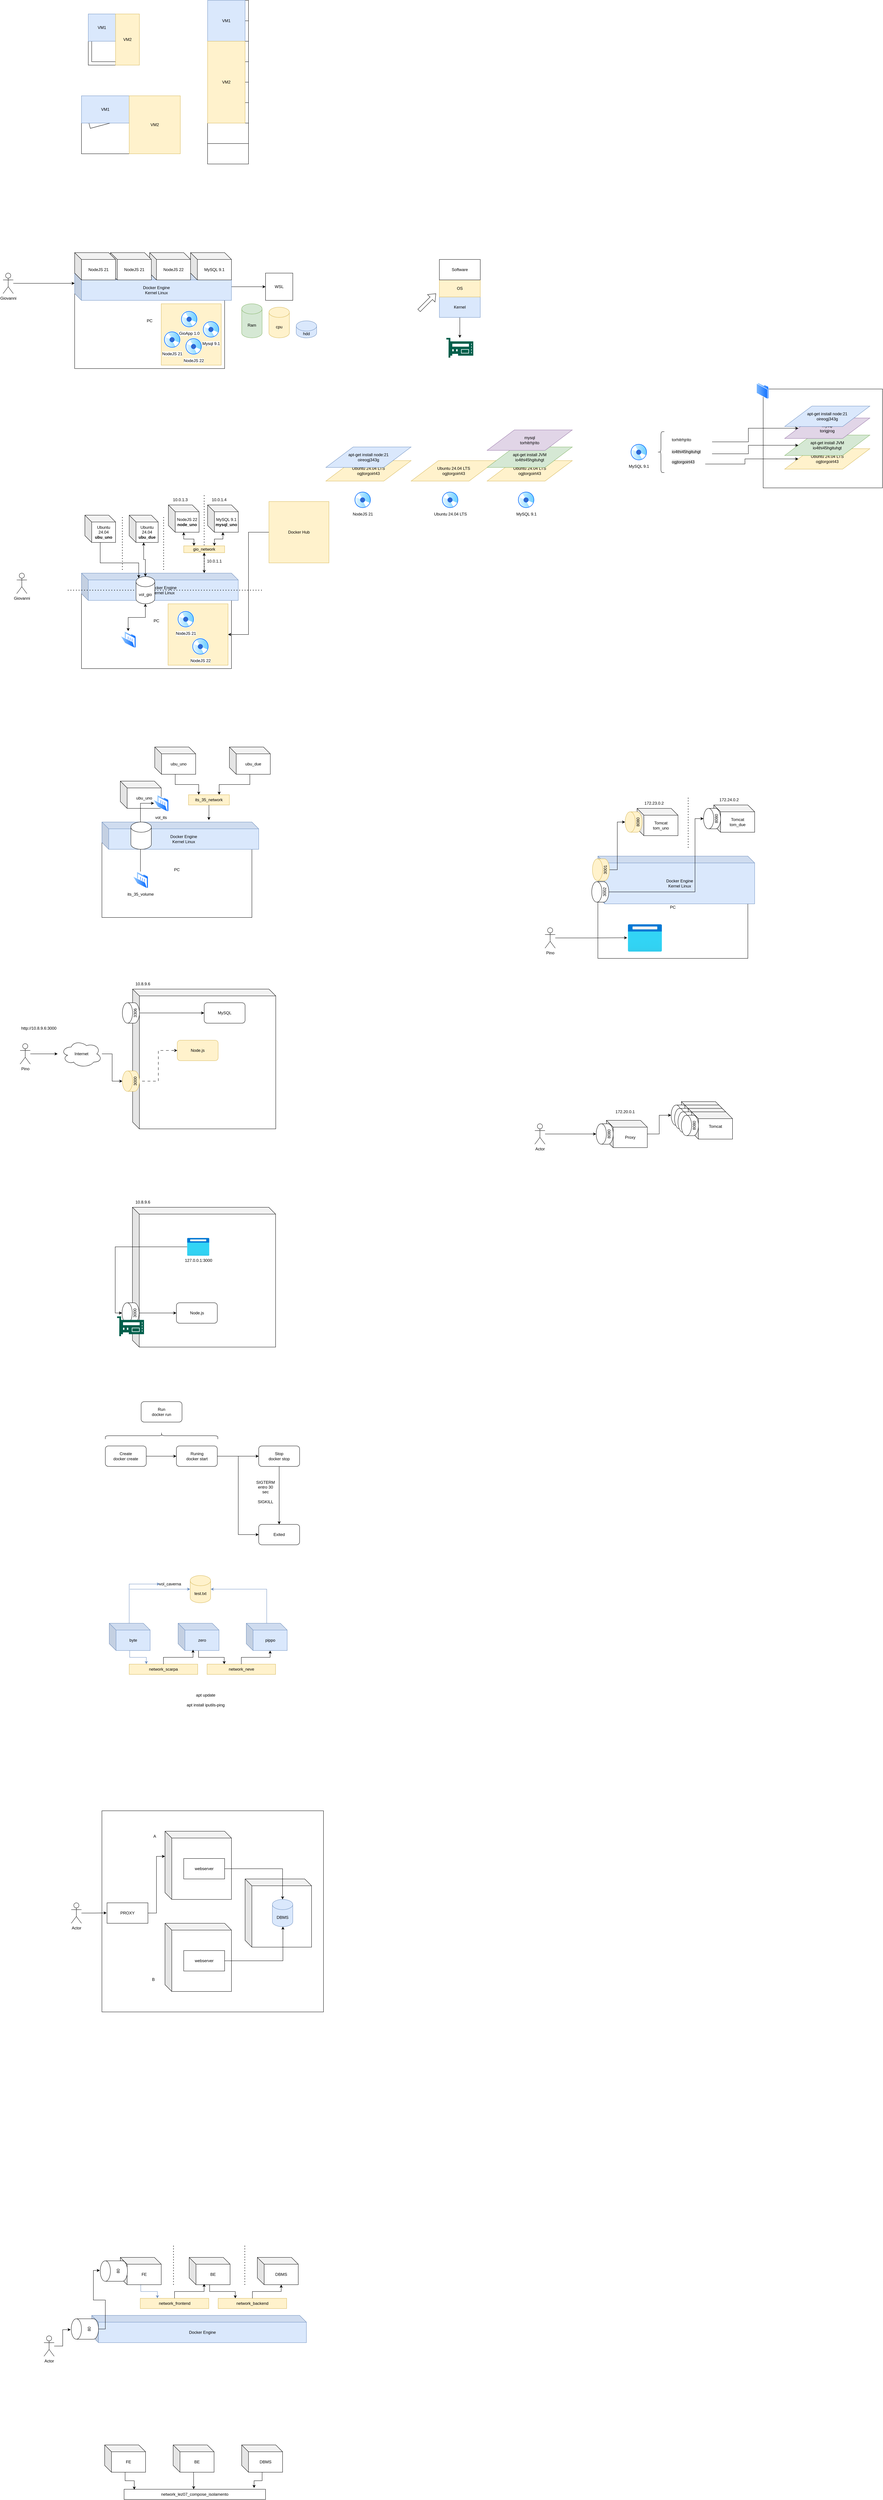
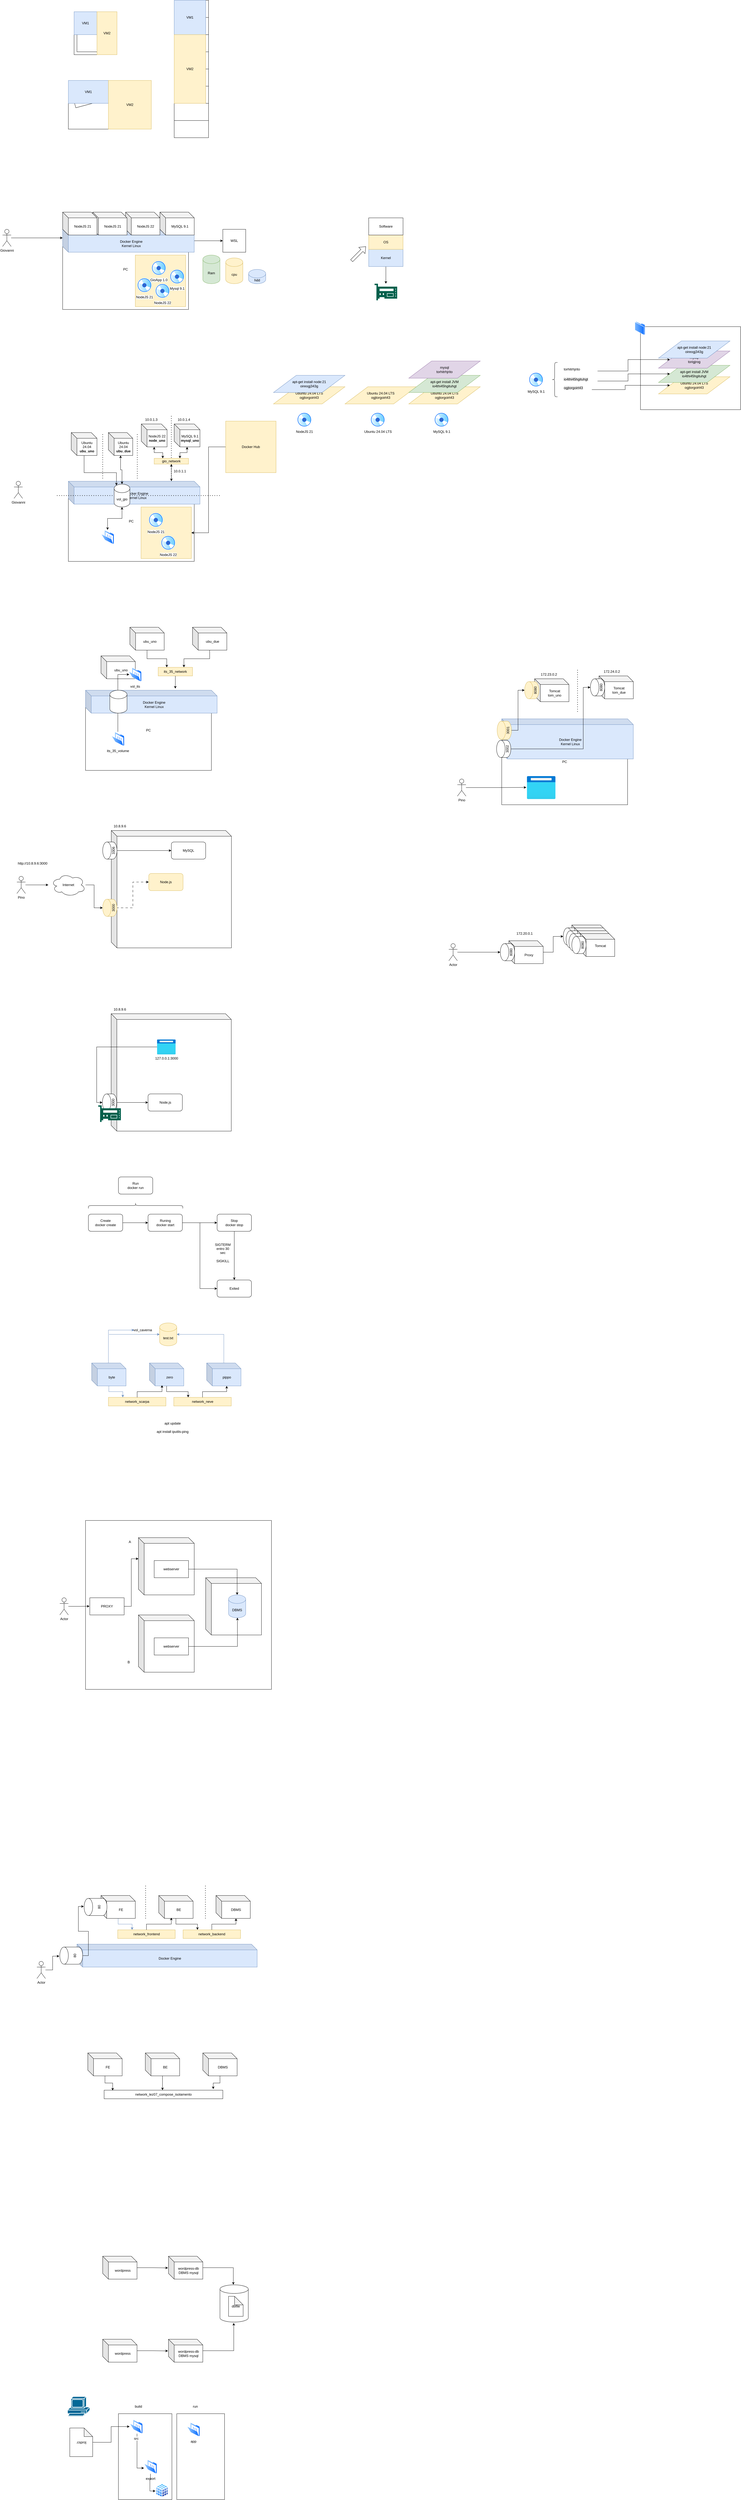
<mxfile host="Electron">
  <diagram name="Pagina-1" id="ucS1B2khThM5a5A456DA">
-     <mxGraphModel dx="1589" dy="596" grid="1" gridSize="10" guides="1" tooltips="1" connect="0" arrows="1" fold="1" page="1" pageScale="1" pageWidth="827" pageHeight="1169" math="0" shadow="0">
+     <mxGraphModel dx="1437" dy="477" grid="1" gridSize="10" guides="1" tooltips="1" connect="0" arrows="1" fold="1" page="1" pageScale="1" pageWidth="827" pageHeight="1169" math="0" shadow="0">
      <root>
        <mxCell id="0" />
        <mxCell id="1" parent="0" />
        <mxCell id="SKi3RqrSc2cQhSTBjMi2-45" parent="1" style="rounded=0;whiteSpace=wrap;html=1;" value="" vertex="1">
          <mxGeometry height="590" width="650" x="170" y="5380" as="geometry" />
        </mxCell>
        <mxCell id="SKi3RqrSc2cQhSTBjMi2-44" parent="1" style="shape=cube;whiteSpace=wrap;html=1;boundedLbl=1;backgroundOutline=1;darkOpacity=0.05;darkOpacity2=0.1;" value="" vertex="1">
          <mxGeometry height="200" width="195" x="590" y="5580" as="geometry" />
        </mxCell>
        <mxCell id="n71vrackOyoeoZxGXVk4-86" parent="1" style="rounded=0;whiteSpace=wrap;html=1;" value="" vertex="1">
          <mxGeometry height="290" width="350" x="2110" y="1210" as="geometry" />
        </mxCell>
        <mxCell id="n71vrackOyoeoZxGXVk4-21" parent="1" style="rounded=0;whiteSpace=wrap;html=1;" value="PC" vertex="1">
          <mxGeometry height="280" width="440" x="90" y="870" as="geometry" />
        </mxCell>
        <mxCell id="n71vrackOyoeoZxGXVk4-45" parent="1" style="rounded=0;whiteSpace=wrap;html=1;fillColor=#fff2cc;strokeColor=#d6b656;" value="" vertex="1">
          <mxGeometry height="180" width="176" x="344" y="960" as="geometry" />
        </mxCell>
        <mxCell id="n71vrackOyoeoZxGXVk4-1" parent="1" style="whiteSpace=wrap;html=1;aspect=fixed;" value="" vertex="1">
          <mxGeometry height="150" width="150" x="130" y="110" as="geometry" />
        </mxCell>
        <mxCell id="n71vrackOyoeoZxGXVk4-2" parent="1" style="whiteSpace=wrap;html=1;aspect=fixed;" value="CPU" vertex="1">
          <mxGeometry height="130" width="130" x="140" y="120" as="geometry" />
        </mxCell>
        <mxCell id="n71vrackOyoeoZxGXVk4-3" parent="1" style="rounded=0;whiteSpace=wrap;html=1;" value="" vertex="1">
          <mxGeometry height="60" width="120" x="480" y="70" as="geometry" />
        </mxCell>
        <mxCell id="n71vrackOyoeoZxGXVk4-4" parent="1" style="rounded=0;whiteSpace=wrap;html=1;" value="" vertex="1">
          <mxGeometry height="60" width="120" x="480" y="130" as="geometry" />
        </mxCell>
        <mxCell id="n71vrackOyoeoZxGXVk4-5" parent="1" style="rounded=0;whiteSpace=wrap;html=1;" value="" vertex="1">
          <mxGeometry height="60" width="120" x="480" y="190" as="geometry" />
        </mxCell>
        <mxCell id="n71vrackOyoeoZxGXVk4-6" parent="1" style="rounded=0;whiteSpace=wrap;html=1;" value="" vertex="1">
          <mxGeometry height="60" width="120" x="480" y="250" as="geometry" />
        </mxCell>
        <mxCell id="n71vrackOyoeoZxGXVk4-7" parent="1" style="rounded=0;whiteSpace=wrap;html=1;" value="" vertex="1">
          <mxGeometry height="60" width="120" x="480" y="310" as="geometry" />
        </mxCell>
        <mxCell id="n71vrackOyoeoZxGXVk4-8" parent="1" style="rounded=0;whiteSpace=wrap;html=1;" value="" vertex="1">
          <mxGeometry height="60" width="120" x="480" y="370" as="geometry" />
        </mxCell>
        <mxCell id="n71vrackOyoeoZxGXVk4-9" parent="1" style="rounded=0;whiteSpace=wrap;html=1;" value="" vertex="1">
          <mxGeometry height="60" width="120" x="480" y="430" as="geometry" />
        </mxCell>
        <mxCell id="n71vrackOyoeoZxGXVk4-10" parent="1" style="rounded=0;whiteSpace=wrap;html=1;" value="" vertex="1">
          <mxGeometry height="60" width="120" x="480" y="490" as="geometry" />
        </mxCell>
        <mxCell id="n71vrackOyoeoZxGXVk4-12" parent="1" style="rounded=0;whiteSpace=wrap;html=1;" value="" vertex="1">
          <mxGeometry height="170" width="290" x="110" y="350" as="geometry" />
        </mxCell>
        <mxCell id="n71vrackOyoeoZxGXVk4-13" parent="1" style="ellipse;whiteSpace=wrap;html=1;aspect=fixed;" value="" vertex="1">
          <mxGeometry height="140" width="140" x="250" y="365" as="geometry" />
        </mxCell>
        <mxCell id="n71vrackOyoeoZxGXVk4-14" parent="1" style="rounded=0;whiteSpace=wrap;html=1;rotation=-15;" value="" vertex="1">
          <mxGeometry height="20" width="200" x="130" y="400" as="geometry" />
        </mxCell>
        <mxCell id="n71vrackOyoeoZxGXVk4-15" parent="1" style="rounded=0;whiteSpace=wrap;html=1;fillColor=#dae8fc;strokeColor=#6c8ebf;" value="VM1" vertex="1">
          <mxGeometry height="80" width="80" x="130" y="110" as="geometry" />
        </mxCell>
        <mxCell id="n71vrackOyoeoZxGXVk4-16" parent="1" style="rounded=0;whiteSpace=wrap;html=1;fillColor=#dae8fc;strokeColor=#6c8ebf;" value="VM1" vertex="1">
          <mxGeometry height="120" width="110" x="480" y="70" as="geometry" />
        </mxCell>
        <mxCell id="n71vrackOyoeoZxGXVk4-17" parent="1" style="rounded=0;whiteSpace=wrap;html=1;fillColor=#dae8fc;strokeColor=#6c8ebf;" value="VM1" vertex="1">
          <mxGeometry height="80" width="140" x="110" y="350" as="geometry" />
        </mxCell>
        <mxCell id="n71vrackOyoeoZxGXVk4-18" parent="1" style="rounded=0;whiteSpace=wrap;html=1;fillColor=#fff2cc;strokeColor=#d6b656;" value="VM2" vertex="1">
          <mxGeometry height="150" width="70" x="210" y="110" as="geometry" />
        </mxCell>
        <mxCell id="n71vrackOyoeoZxGXVk4-19" parent="1" style="rounded=0;whiteSpace=wrap;html=1;fillColor=#fff2cc;strokeColor=#d6b656;" value="VM2" vertex="1">
          <mxGeometry height="240" width="110" x="480" y="190" as="geometry" />
        </mxCell>
        <mxCell id="n71vrackOyoeoZxGXVk4-20" parent="1" style="rounded=0;whiteSpace=wrap;html=1;fillColor=#fff2cc;strokeColor=#d6b656;" value="VM2" vertex="1">
          <mxGeometry height="170" width="150" x="250" y="350" as="geometry" />
        </mxCell>
        <mxCell id="n71vrackOyoeoZxGXVk4-24" edge="1" parent="1" source="n71vrackOyoeoZxGXVk4-22" style="edgeStyle=orthogonalEdgeStyle;rounded=0;orthogonalLoop=1;jettySize=auto;html=1;entryX=0;entryY=0.5;entryDx=0;entryDy=0;" target="n71vrackOyoeoZxGXVk4-23">
          <mxGeometry relative="1" as="geometry" />
        </mxCell>
        <mxCell id="n71vrackOyoeoZxGXVk4-22" parent="1" style="shape=cube;whiteSpace=wrap;html=1;boundedLbl=1;backgroundOutline=1;darkOpacity=0.05;darkOpacity2=0.1;fillColor=#dae8fc;strokeColor=#6c8ebf;" value="Docker Engine&lt;br&gt;Kernel Linux" vertex="1">
          <mxGeometry height="80" width="460" x="90" y="870" as="geometry" />
        </mxCell>
        <mxCell id="n71vrackOyoeoZxGXVk4-23" parent="1" style="whiteSpace=wrap;html=1;aspect=fixed;" value="WSL" vertex="1">
          <mxGeometry height="80" width="80" x="650" y="870" as="geometry" />
        </mxCell>
        <mxCell id="n71vrackOyoeoZxGXVk4-25" parent="1" style="shape=cylinder3;whiteSpace=wrap;html=1;boundedLbl=1;backgroundOutline=1;size=15;fillColor=#d5e8d4;strokeColor=#82b366;" value="Ram" vertex="1">
          <mxGeometry height="100" width="60" x="580" y="960" as="geometry" />
        </mxCell>
        <mxCell id="n71vrackOyoeoZxGXVk4-26" parent="1" style="shape=cylinder3;whiteSpace=wrap;html=1;boundedLbl=1;backgroundOutline=1;size=15;fillColor=#fff2cc;strokeColor=#d6b656;" value="cpu" vertex="1">
          <mxGeometry height="90" width="60" x="660" y="970" as="geometry" />
        </mxCell>
        <mxCell id="n71vrackOyoeoZxGXVk4-27" parent="1" style="shape=cylinder3;whiteSpace=wrap;html=1;boundedLbl=1;backgroundOutline=1;size=15;fillColor=#dae8fc;strokeColor=#6c8ebf;" value="hdd" vertex="1">
          <mxGeometry height="50" width="60" x="740" y="1010" as="geometry" />
        </mxCell>
        <mxCell id="n71vrackOyoeoZxGXVk4-29" parent="1" style="shape=cube;whiteSpace=wrap;html=1;boundedLbl=1;backgroundOutline=1;darkOpacity=0.05;darkOpacity2=0.1;" value="NodeJS 22" vertex="1">
          <mxGeometry height="80" width="120" x="310" y="810" as="geometry" />
        </mxCell>
        <mxCell id="n71vrackOyoeoZxGXVk4-30" parent="1" style="shape=cube;whiteSpace=wrap;html=1;boundedLbl=1;backgroundOutline=1;darkOpacity=0.05;darkOpacity2=0.1;" value="MySQL 9.1" vertex="1">
          <mxGeometry height="80" width="120" x="430" y="810" as="geometry" />
        </mxCell>
        <mxCell id="n71vrackOyoeoZxGXVk4-33" edge="1" parent="1" source="n71vrackOyoeoZxGXVk4-31" style="edgeStyle=orthogonalEdgeStyle;rounded=0;orthogonalLoop=1;jettySize=auto;html=1;" target="n71vrackOyoeoZxGXVk4-32">
          <mxGeometry relative="1" as="geometry" />
        </mxCell>
        <mxCell id="n71vrackOyoeoZxGXVk4-31" parent="1" style="rounded=0;whiteSpace=wrap;html=1;fillColor=#dae8fc;strokeColor=#6c8ebf;" value="Kernel" vertex="1">
          <mxGeometry height="60" width="120" x="1160" y="940" as="geometry" />
        </mxCell>
        <mxCell id="n71vrackOyoeoZxGXVk4-32" parent="1" style="sketch=0;pointerEvents=1;shadow=0;dashed=0;html=1;strokeColor=none;fillColor=#005F4B;labelPosition=center;verticalLabelPosition=bottom;verticalAlign=top;align=center;outlineConnect=0;shape=mxgraph.veeam2.hardware_controller;" value="" vertex="1">
          <mxGeometry height="58" width="79" x="1180.5" y="1060" as="geometry" />
        </mxCell>
        <mxCell id="n71vrackOyoeoZxGXVk4-34" parent="1" style="rounded=0;whiteSpace=wrap;html=1;fillColor=#fff2cc;strokeColor=#d6b656;" value="OS" vertex="1">
          <mxGeometry height="50" width="120" x="1160" y="890" as="geometry" />
        </mxCell>
        <mxCell id="n71vrackOyoeoZxGXVk4-35" parent="1" style="rounded=0;whiteSpace=wrap;html=1;" value="Software" vertex="1">
          <mxGeometry height="60" width="120" x="1160" y="830" as="geometry" />
        </mxCell>
        <mxCell id="n71vrackOyoeoZxGXVk4-36" edge="1" parent="1" style="shape=flexArrow;endArrow=classic;html=1;rounded=0;" value="">
          <mxGeometry height="50" relative="1" width="50" as="geometry">
            <mxPoint x="1100" y="980" as="sourcePoint" />
            <mxPoint x="1150" y="930" as="targetPoint" />
          </mxGeometry>
        </mxCell>
        <mxCell id="n71vrackOyoeoZxGXVk4-37" parent="1" style="shape=umlActor;verticalLabelPosition=bottom;verticalAlign=top;html=1;outlineConnect=0;" value="Giovanni" vertex="1">
          <mxGeometry height="60" width="30" x="-120" y="870" as="geometry" />
        </mxCell>
        <mxCell id="n71vrackOyoeoZxGXVk4-38" edge="1" parent="1" source="n71vrackOyoeoZxGXVk4-37" style="edgeStyle=orthogonalEdgeStyle;rounded=0;orthogonalLoop=1;jettySize=auto;html=1;entryX=0;entryY=0;entryDx=0;entryDy=30;entryPerimeter=0;" target="n71vrackOyoeoZxGXVk4-22">
          <mxGeometry relative="1" as="geometry" />
        </mxCell>
        <mxCell id="n71vrackOyoeoZxGXVk4-39" parent="1" style="image;aspect=fixed;perimeter=ellipsePerimeter;html=1;align=center;shadow=0;dashed=0;spacingTop=3;image=img/lib/active_directory/cd_dvd.svg;" value="NodeJS 21" vertex="1">
          <mxGeometry height="50" width="50" x="351" y="1040" as="geometry" />
        </mxCell>
        <mxCell id="n71vrackOyoeoZxGXVk4-40" parent="1" style="image;aspect=fixed;perimeter=ellipsePerimeter;html=1;align=center;shadow=0;dashed=0;spacingTop=3;image=img/lib/active_directory/cd_dvd.svg;" value="NodeJS 22" vertex="1">
          <mxGeometry height="50" width="50" x="414" y="1060" as="geometry" />
        </mxCell>
        <mxCell id="n71vrackOyoeoZxGXVk4-42" parent="1" style="image;aspect=fixed;perimeter=ellipsePerimeter;html=1;align=center;shadow=0;dashed=0;spacingTop=3;image=img/lib/active_directory/cd_dvd.svg;" value="Mysql 9.1" vertex="1">
          <mxGeometry height="50" width="50" x="465" y="1010" as="geometry" />
        </mxCell>
        <mxCell id="n71vrackOyoeoZxGXVk4-43" parent="1" style="image;aspect=fixed;perimeter=ellipsePerimeter;html=1;align=center;shadow=0;dashed=0;spacingTop=3;image=img/lib/active_directory/cd_dvd.svg;" value="GioApp 1.0" vertex="1">
          <mxGeometry height="50" width="50" x="401" y="980" as="geometry" />
        </mxCell>
        <mxCell id="n71vrackOyoeoZxGXVk4-47" parent="1" style="shape=cube;whiteSpace=wrap;html=1;boundedLbl=1;backgroundOutline=1;darkOpacity=0.05;darkOpacity2=0.1;" value="NodeJS 21" vertex="1">
          <mxGeometry height="80" width="120" x="195" y="810" as="geometry" />
        </mxCell>
        <mxCell id="n71vrackOyoeoZxGXVk4-28" parent="1" style="shape=cube;whiteSpace=wrap;html=1;boundedLbl=1;backgroundOutline=1;darkOpacity=0.05;darkOpacity2=0.1;" value="NodeJS 21" vertex="1">
          <mxGeometry height="80" width="120" x="90" y="810" as="geometry" />
        </mxCell>
        <mxCell id="n71vrackOyoeoZxGXVk4-57" parent="1" style="image;aspect=fixed;perimeter=ellipsePerimeter;html=1;align=center;shadow=0;dashed=0;spacingTop=3;image=img/lib/active_directory/cd_dvd.svg;" value="NodeJS 21" vertex="1">
          <mxGeometry height="50" width="50" x="910" y="1510" as="geometry" />
        </mxCell>
        <mxCell id="n71vrackOyoeoZxGXVk4-58" parent="1" style="image;aspect=fixed;perimeter=ellipsePerimeter;html=1;align=center;shadow=0;dashed=0;spacingTop=3;image=img/lib/active_directory/cd_dvd.svg;" value="Ubuntu 24.04 LTS" vertex="1">
          <mxGeometry height="50" width="50" x="1166.5" y="1510" as="geometry" />
        </mxCell>
        <mxCell id="n71vrackOyoeoZxGXVk4-59" parent="1" style="shape=parallelogram;perimeter=parallelogramPerimeter;whiteSpace=wrap;html=1;fixedSize=1;size=80;fillColor=#fff2cc;strokeColor=#d6b656;" value="Ubuntu 24.04 LTS&lt;br&gt;ogjtorgoirt43" vertex="1">
          <mxGeometry height="60" width="250" x="1077" y="1420" as="geometry" />
        </mxCell>
        <mxCell id="n71vrackOyoeoZxGXVk4-60" parent="1" style="shape=parallelogram;perimeter=parallelogramPerimeter;whiteSpace=wrap;html=1;fixedSize=1;size=80;fillColor=#fff2cc;strokeColor=#d6b656;" value="Ubuntu 24.04 LTS&lt;br&gt;ogjtorgoirt43" vertex="1">
          <mxGeometry height="60" width="250" x="827" y="1420" as="geometry" />
        </mxCell>
        <mxCell id="n71vrackOyoeoZxGXVk4-61" parent="1" style="shape=parallelogram;perimeter=parallelogramPerimeter;whiteSpace=wrap;html=1;fixedSize=1;size=80;fillColor=#dae8fc;strokeColor=#6c8ebf;" value="apt-get install node:21&lt;div&gt;oireogj343g&lt;/div&gt;" vertex="1">
          <mxGeometry height="60" width="250" x="827" y="1380" as="geometry" />
        </mxCell>
        <mxCell id="n71vrackOyoeoZxGXVk4-74" parent="1" style="image;aspect=fixed;perimeter=ellipsePerimeter;html=1;align=center;shadow=0;dashed=0;spacingTop=3;image=img/lib/active_directory/cd_dvd.svg;" value="MySQL 9.1" vertex="1">
          <mxGeometry height="50" width="50" x="1389.5" y="1510" as="geometry" />
        </mxCell>
        <mxCell id="n71vrackOyoeoZxGXVk4-75" parent="1" style="shape=parallelogram;perimeter=parallelogramPerimeter;whiteSpace=wrap;html=1;fixedSize=1;size=80;fillColor=#fff2cc;strokeColor=#d6b656;" value="Ubuntu 24.04 LTS&lt;br&gt;ogjtorgoirt43" vertex="1">
          <mxGeometry height="60" width="250" x="1300" y="1420" as="geometry" />
        </mxCell>
        <mxCell id="n71vrackOyoeoZxGXVk4-76" parent="1" style="shape=parallelogram;perimeter=parallelogramPerimeter;whiteSpace=wrap;html=1;fixedSize=1;size=80;fillColor=#d5e8d4;strokeColor=#82b366;" value="apt-get install JVM&lt;br&gt;io4thi45hgituhgt" vertex="1">
          <mxGeometry height="60" width="250" x="1300" y="1380" as="geometry" />
        </mxCell>
        <mxCell id="n71vrackOyoeoZxGXVk4-77" parent="1" style="shape=parallelogram;perimeter=parallelogramPerimeter;whiteSpace=wrap;html=1;fixedSize=1;size=80;fillColor=#e1d5e7;strokeColor=#9673a6;" value="mysql&lt;div&gt;torhitrhjrito&lt;/div&gt;" vertex="1">
          <mxGeometry height="60" width="250" x="1300" y="1330" as="geometry" />
        </mxCell>
        <mxCell id="n71vrackOyoeoZxGXVk4-82" parent="1" style="shape=parallelogram;perimeter=parallelogramPerimeter;whiteSpace=wrap;html=1;fixedSize=1;size=80;fillColor=#fff2cc;strokeColor=#d6b656;" value="Ubuntu 24.04 LTS&lt;br&gt;ogjtorgoirt43" vertex="1">
          <mxGeometry height="60" width="250" x="2173" y="1385" as="geometry" />
        </mxCell>
        <mxCell id="n71vrackOyoeoZxGXVk4-83" parent="1" style="shape=parallelogram;perimeter=parallelogramPerimeter;whiteSpace=wrap;html=1;fixedSize=1;size=80;fillColor=#d5e8d4;strokeColor=#82b366;" value="apt-get install JVM&lt;br&gt;io4thi45hgituhgt" vertex="1">
          <mxGeometry height="60" width="250" x="2173" y="1345" as="geometry" />
        </mxCell>
        <mxCell id="n71vrackOyoeoZxGXVk4-84" parent="1" style="shape=parallelogram;perimeter=parallelogramPerimeter;whiteSpace=wrap;html=1;fixedSize=1;size=80;fillColor=#e1d5e7;strokeColor=#9673a6;" value="mysql&lt;div&gt;torigjrog&lt;/div&gt;" vertex="1">
          <mxGeometry height="60" width="250" x="2173" y="1295" as="geometry" />
        </mxCell>
        <mxCell id="n71vrackOyoeoZxGXVk4-85" parent="1" style="shape=parallelogram;perimeter=parallelogramPerimeter;whiteSpace=wrap;html=1;fixedSize=1;size=80;fillColor=#dae8fc;strokeColor=#6c8ebf;" value="apt-get install node:21&lt;div&gt;oireogj343g&lt;/div&gt;" vertex="1">
          <mxGeometry height="60" width="250" x="2173" y="1260" as="geometry" />
        </mxCell>
        <mxCell id="n71vrackOyoeoZxGXVk4-87" parent="1" style="image;aspect=fixed;perimeter=ellipsePerimeter;html=1;align=center;shadow=0;dashed=0;spacingTop=3;image=img/lib/active_directory/folder.svg;" value="" vertex="1">
          <mxGeometry height="50" width="36.5" x="2090" y="1190" as="geometry" />
        </mxCell>
        <mxCell id="n71vrackOyoeoZxGXVk4-88" parent="1" style="image;aspect=fixed;perimeter=ellipsePerimeter;html=1;align=center;shadow=0;dashed=0;spacingTop=3;image=img/lib/active_directory/cd_dvd.svg;" value="MySQL 9.1" vertex="1">
          <mxGeometry height="50" width="50" x="1720" y="1370" as="geometry" />
        </mxCell>
        <mxCell id="n71vrackOyoeoZxGXVk4-91" parent="1" style="shape=curlyBracket;whiteSpace=wrap;html=1;rounded=1;labelPosition=left;verticalLabelPosition=middle;align=right;verticalAlign=middle;" value="" vertex="1">
          <mxGeometry height="120" width="20" x="1800" y="1335" as="geometry" />
        </mxCell>
        <mxCell id="n71vrackOyoeoZxGXVk4-95" edge="1" parent="1" source="n71vrackOyoeoZxGXVk4-92" style="edgeStyle=orthogonalEdgeStyle;rounded=0;orthogonalLoop=1;jettySize=auto;html=1;" target="n71vrackOyoeoZxGXVk4-82">
          <mxGeometry relative="1" as="geometry" />
        </mxCell>
        <mxCell id="n71vrackOyoeoZxGXVk4-92" parent="1" style="text;whiteSpace=wrap;html=1;" value="&lt;span style=&quot;color: rgb(0, 0, 0); font-family: Helvetica; font-size: 12px; font-style: normal; font-variant-ligatures: normal; font-variant-caps: normal; font-weight: 400; letter-spacing: normal; orphans: 2; text-align: center; text-indent: 0px; text-transform: none; widows: 2; word-spacing: 0px; -webkit-text-stroke-width: 0px; white-space: normal; background-color: rgb(236, 236, 236); text-decoration-thickness: initial; text-decoration-style: initial; text-decoration-color: initial; display: inline !important; float: none;&quot;&gt;ogjtorgoirt43&lt;/span&gt;" vertex="1">
          <mxGeometry height="40" width="100" x="1840" y="1410" as="geometry" />
        </mxCell>
        <mxCell id="n71vrackOyoeoZxGXVk4-96" edge="1" parent="1" source="n71vrackOyoeoZxGXVk4-93" style="edgeStyle=orthogonalEdgeStyle;rounded=0;orthogonalLoop=1;jettySize=auto;html=1;" target="n71vrackOyoeoZxGXVk4-83">
          <mxGeometry relative="1" as="geometry" />
        </mxCell>
        <mxCell id="n71vrackOyoeoZxGXVk4-93" parent="1" style="text;whiteSpace=wrap;html=1;" value="&lt;span style=&quot;color: rgb(0, 0, 0); font-family: Helvetica; font-size: 12px; font-style: normal; font-variant-ligatures: normal; font-variant-caps: normal; font-weight: 400; letter-spacing: normal; orphans: 2; text-align: center; text-indent: 0px; text-transform: none; widows: 2; word-spacing: 0px; -webkit-text-stroke-width: 0px; white-space: normal; background-color: rgb(236, 236, 236); text-decoration-thickness: initial; text-decoration-style: initial; text-decoration-color: initial; display: inline !important; float: none;&quot;&gt;io4thi45hgituhgt&lt;/span&gt;" vertex="1">
          <mxGeometry height="40" width="120" x="1840" y="1380" as="geometry" />
        </mxCell>
        <mxCell id="n71vrackOyoeoZxGXVk4-97" edge="1" parent="1" source="n71vrackOyoeoZxGXVk4-94" style="edgeStyle=orthogonalEdgeStyle;rounded=0;orthogonalLoop=1;jettySize=auto;html=1;entryX=0;entryY=0.5;entryDx=0;entryDy=0;" target="n71vrackOyoeoZxGXVk4-84">
          <mxGeometry relative="1" as="geometry" />
        </mxCell>
        <mxCell id="n71vrackOyoeoZxGXVk4-94" parent="1" style="text;whiteSpace=wrap;html=1;" value="&lt;span style=&quot;text-align: center;&quot;&gt;torhitrhjrito&lt;/span&gt;" vertex="1">
          <mxGeometry height="40" width="120" x="1840" y="1345" as="geometry" />
        </mxCell>
        <mxCell id="n71vrackOyoeoZxGXVk4-98" parent="1" style="rounded=0;whiteSpace=wrap;html=1;" value="PC" vertex="1">
          <mxGeometry height="280" width="440" x="110" y="1750" as="geometry" />
        </mxCell>
        <mxCell id="n71vrackOyoeoZxGXVk4-99" parent="1" style="rounded=0;whiteSpace=wrap;html=1;fillColor=#fff2cc;strokeColor=#d6b656;" value="" vertex="1">
          <mxGeometry height="180" width="176" x="364" y="1840" as="geometry" />
        </mxCell>
        <mxCell id="n71vrackOyoeoZxGXVk4-100" parent="1" style="shape=cube;whiteSpace=wrap;html=1;boundedLbl=1;backgroundOutline=1;darkOpacity=0.05;darkOpacity2=0.1;fillColor=#dae8fc;strokeColor=#6c8ebf;" value="Docker Engine&lt;br&gt;Kernel Linux" vertex="1">
          <mxGeometry height="80" width="460" x="110" y="1750" as="geometry" />
        </mxCell>
        <mxCell id="n71vrackOyoeoZxGXVk4-116" edge="1" parent="1" source="n71vrackOyoeoZxGXVk4-101" style="edgeStyle=orthogonalEdgeStyle;rounded=0;orthogonalLoop=1;jettySize=auto;html=1;entryX=0.25;entryY=0;entryDx=0;entryDy=0;startArrow=classic;startFill=1;" target="n71vrackOyoeoZxGXVk4-115">
          <mxGeometry relative="1" as="geometry" />
        </mxCell>
        <mxCell id="n71vrackOyoeoZxGXVk4-101" parent="1" style="shape=cube;whiteSpace=wrap;html=1;boundedLbl=1;backgroundOutline=1;darkOpacity=0.05;darkOpacity2=0.1;" value="NodeJS 22&lt;div&gt;&lt;b&gt;node_uno&lt;/b&gt;&lt;/div&gt;" vertex="1">
          <mxGeometry height="80" width="90" x="365" y="1550" as="geometry" />
        </mxCell>
        <mxCell id="n71vrackOyoeoZxGXVk4-117" edge="1" parent="1" source="n71vrackOyoeoZxGXVk4-102" style="edgeStyle=orthogonalEdgeStyle;rounded=0;orthogonalLoop=1;jettySize=auto;html=1;entryX=0.75;entryY=0;entryDx=0;entryDy=0;startArrow=classic;startFill=1;" target="n71vrackOyoeoZxGXVk4-115">
          <mxGeometry relative="1" as="geometry" />
        </mxCell>
        <mxCell id="n71vrackOyoeoZxGXVk4-102" parent="1" style="shape=cube;whiteSpace=wrap;html=1;boundedLbl=1;backgroundOutline=1;darkOpacity=0.05;darkOpacity2=0.1;" value="MySQL 9.1&lt;div&gt;&lt;b&gt;mysql_uno&lt;/b&gt;&lt;/div&gt;" vertex="1">
          <mxGeometry height="80" width="90" x="480" y="1550" as="geometry" />
        </mxCell>
        <mxCell id="n71vrackOyoeoZxGXVk4-103" parent="1" style="shape=umlActor;verticalLabelPosition=bottom;verticalAlign=top;html=1;outlineConnect=0;" value="Giovanni" vertex="1">
          <mxGeometry height="60" width="30" x="-80" y="1750" as="geometry" />
        </mxCell>
        <mxCell id="n71vrackOyoeoZxGXVk4-105" parent="1" style="image;aspect=fixed;perimeter=ellipsePerimeter;html=1;align=center;shadow=0;dashed=0;spacingTop=3;image=img/lib/active_directory/cd_dvd.svg;" value="NodeJS 21" vertex="1">
          <mxGeometry height="50" width="50" x="391" y="1860" as="geometry" />
        </mxCell>
        <mxCell id="n71vrackOyoeoZxGXVk4-106" parent="1" style="image;aspect=fixed;perimeter=ellipsePerimeter;html=1;align=center;shadow=0;dashed=0;spacingTop=3;image=img/lib/active_directory/cd_dvd.svg;" value="NodeJS 22" vertex="1">
          <mxGeometry height="50" width="50" x="434" y="1940" as="geometry" />
        </mxCell>
        <mxCell id="n71vrackOyoeoZxGXVk4-125" edge="1" parent="1" source="n71vrackOyoeoZxGXVk4-109" style="edgeStyle=orthogonalEdgeStyle;rounded=0;orthogonalLoop=1;jettySize=auto;html=1;entryX=0.5;entryY=0;entryDx=0;entryDy=0;entryPerimeter=0;startArrow=classic;startFill=1;" target="n71vrackOyoeoZxGXVk4-127">
          <mxGeometry relative="1" as="geometry">
            <mxPoint x="295" y="1750" as="targetPoint" />
          </mxGeometry>
        </mxCell>
        <mxCell id="n71vrackOyoeoZxGXVk4-109" parent="1" style="shape=cube;whiteSpace=wrap;html=1;boundedLbl=1;backgroundOutline=1;darkOpacity=0.05;darkOpacity2=0.1;" value="Ubuntu 24.04&lt;br&gt;&lt;b&gt;ubu_due&lt;/b&gt;" vertex="1">
          <mxGeometry height="80" width="85" x="250" y="1580" as="geometry" />
        </mxCell>
        <mxCell id="n71vrackOyoeoZxGXVk4-110" parent="1" style="shape=cube;whiteSpace=wrap;html=1;boundedLbl=1;backgroundOutline=1;darkOpacity=0.05;darkOpacity2=0.1;" value="Ubuntu 24.04&lt;br&gt;&lt;b&gt;ubu_uno&lt;/b&gt;" vertex="1">
          <mxGeometry height="80" width="90" x="120" y="1580" as="geometry" />
        </mxCell>
        <mxCell id="n71vrackOyoeoZxGXVk4-111" edge="1" parent="1" source="n71vrackOyoeoZxGXVk4-127" style="endArrow=none;dashed=1;html=1;dashPattern=1 3;strokeWidth=2;rounded=0;" value="">
          <mxGeometry height="50" relative="1" width="50" as="geometry">
            <mxPoint x="70" y="1800" as="sourcePoint" />
            <mxPoint x="640" y="1800" as="targetPoint" />
          </mxGeometry>
        </mxCell>
        <mxCell id="n71vrackOyoeoZxGXVk4-112" edge="1" parent="1" style="endArrow=none;dashed=1;html=1;dashPattern=1 3;strokeWidth=2;rounded=0;" value="">
          <mxGeometry height="50" relative="1" width="50" as="geometry">
            <mxPoint x="230" y="1740" as="sourcePoint" />
            <mxPoint x="230" y="1580" as="targetPoint" />
          </mxGeometry>
        </mxCell>
        <mxCell id="n71vrackOyoeoZxGXVk4-113" edge="1" parent="1" style="endArrow=none;dashed=1;html=1;dashPattern=1 3;strokeWidth=2;rounded=0;" value="">
          <mxGeometry height="50" relative="1" width="50" as="geometry">
            <mxPoint x="351" y="1740" as="sourcePoint" />
            <mxPoint x="351" y="1580" as="targetPoint" />
          </mxGeometry>
        </mxCell>
        <mxCell id="n71vrackOyoeoZxGXVk4-114" edge="1" parent="1" style="endArrow=none;dashed=1;html=1;dashPattern=1 3;strokeWidth=2;rounded=0;" value="">
          <mxGeometry height="50" relative="1" width="50" as="geometry">
            <mxPoint x="470" y="1740" as="sourcePoint" />
            <mxPoint x="470" y="1520" as="targetPoint" />
          </mxGeometry>
        </mxCell>
        <mxCell id="n71vrackOyoeoZxGXVk4-115" parent="1" style="rounded=0;whiteSpace=wrap;html=1;fillColor=#fff2cc;strokeColor=#d6b656;" value="gio_network" vertex="1">
          <mxGeometry height="20" width="120" x="410" y="1670" as="geometry" />
        </mxCell>
        <mxCell id="n71vrackOyoeoZxGXVk4-118" parent="1" style="text;html=1;whiteSpace=wrap;strokeColor=none;fillColor=none;align=center;verticalAlign=middle;rounded=0;" value="10.0.1.1" vertex="1">
          <mxGeometry height="30" width="60" x="470" y="1700" as="geometry" />
        </mxCell>
        <mxCell id="n71vrackOyoeoZxGXVk4-119" parent="1" style="text;html=1;whiteSpace=wrap;strokeColor=none;fillColor=none;align=center;verticalAlign=middle;rounded=0;" value="10.0.1.4" vertex="1">
          <mxGeometry height="30" width="60" x="484" y="1520" as="geometry" />
        </mxCell>
        <mxCell id="n71vrackOyoeoZxGXVk4-120" edge="1" parent="1" source="n71vrackOyoeoZxGXVk4-115" style="edgeStyle=orthogonalEdgeStyle;rounded=0;orthogonalLoop=1;jettySize=auto;html=1;entryX=0.783;entryY=-0.003;entryDx=0;entryDy=0;entryPerimeter=0;startArrow=classic;startFill=1;" target="n71vrackOyoeoZxGXVk4-100">
          <mxGeometry relative="1" as="geometry" />
        </mxCell>
        <mxCell id="n71vrackOyoeoZxGXVk4-121" parent="1" style="text;html=1;whiteSpace=wrap;strokeColor=none;fillColor=none;align=center;verticalAlign=middle;rounded=0;" value="10.0.1.3" vertex="1">
          <mxGeometry height="30" width="60" x="370" y="1520" as="geometry" />
        </mxCell>
        <mxCell id="n71vrackOyoeoZxGXVk4-122" parent="1" style="image;aspect=fixed;perimeter=ellipsePerimeter;html=1;align=center;shadow=0;dashed=0;spacingTop=3;image=img/lib/active_directory/folder_open.svg;" value="" vertex="1">
          <mxGeometry height="50" width="46" x="224" y="1920" as="geometry" />
        </mxCell>
        <mxCell id="n71vrackOyoeoZxGXVk4-126" edge="1" parent="1" source="n71vrackOyoeoZxGXVk4-127" style="edgeStyle=orthogonalEdgeStyle;rounded=0;orthogonalLoop=1;jettySize=auto;html=1;entryX=0.5;entryY=0;entryDx=0;entryDy=0;exitX=0.5;exitY=1;exitDx=0;exitDy=0;exitPerimeter=0;startArrow=classic;startFill=1;" target="n71vrackOyoeoZxGXVk4-122">
          <mxGeometry relative="1" as="geometry">
            <mxPoint x="295" y="1770" as="sourcePoint" />
          </mxGeometry>
        </mxCell>
        <mxCell id="n71vrackOyoeoZxGXVk4-128" edge="1" parent="1" style="endArrow=none;dashed=1;html=1;dashPattern=1 3;strokeWidth=2;rounded=0;" target="n71vrackOyoeoZxGXVk4-127" value="">
          <mxGeometry height="50" relative="1" width="50" as="geometry">
            <mxPoint x="70" y="1800" as="sourcePoint" />
            <mxPoint x="640" y="1800" as="targetPoint" />
          </mxGeometry>
        </mxCell>
        <mxCell id="n71vrackOyoeoZxGXVk4-127" parent="1" style="shape=cylinder3;whiteSpace=wrap;html=1;boundedLbl=1;backgroundOutline=1;size=15;" value="vol_gio" vertex="1">
          <mxGeometry height="80" width="55" x="270" y="1760" as="geometry" />
        </mxCell>
        <mxCell id="n71vrackOyoeoZxGXVk4-129" edge="1" parent="1" source="n71vrackOyoeoZxGXVk4-110" style="edgeStyle=orthogonalEdgeStyle;rounded=0;orthogonalLoop=1;jettySize=auto;html=1;entryX=0.145;entryY=0;entryDx=0;entryDy=4.35;entryPerimeter=0;" target="n71vrackOyoeoZxGXVk4-127">
          <mxGeometry relative="1" as="geometry">
            <Array as="points">
              <mxPoint x="165" y="1720" />
              <mxPoint x="278" y="1720" />
            </Array>
          </mxGeometry>
        </mxCell>
        <mxCell id="n71vrackOyoeoZxGXVk4-131" edge="1" parent="1" source="n71vrackOyoeoZxGXVk4-130" style="edgeStyle=orthogonalEdgeStyle;rounded=0;orthogonalLoop=1;jettySize=auto;html=1;entryX=1;entryY=0.5;entryDx=0;entryDy=0;" target="n71vrackOyoeoZxGXVk4-99">
          <mxGeometry relative="1" as="geometry" />
        </mxCell>
        <mxCell id="n71vrackOyoeoZxGXVk4-130" parent="1" style="rounded=0;whiteSpace=wrap;html=1;fillColor=#fff2cc;strokeColor=#d6b656;" value="Docker Hub" vertex="1">
          <mxGeometry height="180" width="176" x="660" y="1540" as="geometry" />
        </mxCell>
        <mxCell id="n71vrackOyoeoZxGXVk4-132" parent="1" style="rounded=0;whiteSpace=wrap;html=1;" value="PC" vertex="1">
          <mxGeometry height="280" width="440" x="170" y="2480" as="geometry" />
        </mxCell>
        <mxCell id="n71vrackOyoeoZxGXVk4-134" parent="1" style="shape=cube;whiteSpace=wrap;html=1;boundedLbl=1;backgroundOutline=1;darkOpacity=0.05;darkOpacity2=0.1;fillColor=#dae8fc;strokeColor=#6c8ebf;" value="Docker Engine&lt;br&gt;Kernel Linux" vertex="1">
          <mxGeometry height="80" width="460" x="170" y="2480" as="geometry" />
        </mxCell>
        <mxCell id="n71vrackOyoeoZxGXVk4-142" parent="1" style="shape=cube;whiteSpace=wrap;html=1;boundedLbl=1;backgroundOutline=1;darkOpacity=0.05;darkOpacity2=0.1;" value="ubu_uno" vertex="1">
          <mxGeometry height="80" width="120" x="224" y="2360" as="geometry" />
        </mxCell>
        <mxCell id="n71vrackOyoeoZxGXVk4-145" edge="1" parent="1" source="n71vrackOyoeoZxGXVk4-142" style="edgeStyle=orthogonalEdgeStyle;rounded=0;orthogonalLoop=1;jettySize=auto;html=1;exitX=0.492;exitY=1.011;exitDx=0;exitDy=0;exitPerimeter=0;">
          <mxGeometry relative="1" as="geometry">
            <mxPoint x="284" y="2468" as="sourcePoint" />
            <mxPoint x="284" y="2530" as="targetPoint" />
          </mxGeometry>
        </mxCell>
        <mxCell id="n71vrackOyoeoZxGXVk4-149" parent="1" style="rounded=0;whiteSpace=wrap;html=1;fillColor=#fff2cc;strokeColor=#d6b656;" value="its_35_network" vertex="1">
          <mxGeometry height="30" width="120" x="424" y="2400" as="geometry" />
        </mxCell>
        <mxCell id="n71vrackOyoeoZxGXVk4-150" edge="1" parent="1" source="n71vrackOyoeoZxGXVk4-149" style="edgeStyle=orthogonalEdgeStyle;rounded=0;orthogonalLoop=1;jettySize=auto;html=1;entryX=0.682;entryY=-0.072;entryDx=0;entryDy=0;entryPerimeter=0;" target="n71vrackOyoeoZxGXVk4-134">
          <mxGeometry relative="1" as="geometry" />
        </mxCell>
        <mxCell id="n71vrackOyoeoZxGXVk4-156" edge="1" parent="1" source="n71vrackOyoeoZxGXVk4-153" style="edgeStyle=orthogonalEdgeStyle;rounded=0;orthogonalLoop=1;jettySize=auto;html=1;entryX=0.75;entryY=0;entryDx=0;entryDy=0;" target="n71vrackOyoeoZxGXVk4-149">
          <mxGeometry relative="1" as="geometry" />
        </mxCell>
        <mxCell id="n71vrackOyoeoZxGXVk4-153" parent="1" style="shape=cube;whiteSpace=wrap;html=1;boundedLbl=1;backgroundOutline=1;darkOpacity=0.05;darkOpacity2=0.1;" value="ubu_due" vertex="1">
          <mxGeometry height="80" width="120" x="544" y="2260" as="geometry" />
        </mxCell>
        <mxCell id="n71vrackOyoeoZxGXVk4-155" edge="1" parent="1" source="n71vrackOyoeoZxGXVk4-154" style="edgeStyle=orthogonalEdgeStyle;rounded=0;orthogonalLoop=1;jettySize=auto;html=1;entryX=0.25;entryY=0;entryDx=0;entryDy=0;" target="n71vrackOyoeoZxGXVk4-149">
          <mxGeometry relative="1" as="geometry" />
        </mxCell>
        <mxCell id="n71vrackOyoeoZxGXVk4-154" parent="1" style="shape=cube;whiteSpace=wrap;html=1;boundedLbl=1;backgroundOutline=1;darkOpacity=0.05;darkOpacity2=0.1;" value="ubu_uno" vertex="1">
          <mxGeometry height="80" width="120" x="325" y="2260" as="geometry" />
        </mxCell>
        <mxCell id="n71vrackOyoeoZxGXVk4-157" parent="1" style="shape=cube;whiteSpace=wrap;html=1;boundedLbl=1;backgroundOutline=1;darkOpacity=0.05;darkOpacity2=0.1;" value="" vertex="1">
          <mxGeometry height="410" width="420" x="260" y="2970" as="geometry" />
        </mxCell>
        <mxCell id="n71vrackOyoeoZxGXVk4-158" parent="1" style="text;html=1;whiteSpace=wrap;strokeColor=none;fillColor=none;align=center;verticalAlign=middle;rounded=0;" value="10.8.9.6" vertex="1">
          <mxGeometry height="30" width="60" x="260" y="2940" as="geometry" />
        </mxCell>
        <mxCell id="n71vrackOyoeoZxGXVk4-162" edge="1" parent="1" source="n71vrackOyoeoZxGXVk4-159" style="edgeStyle=orthogonalEdgeStyle;rounded=0;orthogonalLoop=1;jettySize=auto;html=1;">
          <mxGeometry relative="1" as="geometry">
            <mxPoint x="40" y="3160" as="targetPoint" />
          </mxGeometry>
        </mxCell>
        <mxCell id="n71vrackOyoeoZxGXVk4-159" parent="1" style="shape=umlActor;verticalLabelPosition=bottom;verticalAlign=top;html=1;outlineConnect=0;" value="Pino" vertex="1">
          <mxGeometry height="60" width="30" x="-70" y="3130" as="geometry" />
        </mxCell>
        <mxCell id="n71vrackOyoeoZxGXVk4-163" edge="1" parent="1" source="n71vrackOyoeoZxGXVk4-160" style="edgeStyle=orthogonalEdgeStyle;rounded=0;orthogonalLoop=1;jettySize=auto;html=1;entryX=0.5;entryY=0;entryDx=0;entryDy=0;entryPerimeter=0;" target="n71vrackOyoeoZxGXVk4-168">
          <mxGeometry relative="1" as="geometry">
            <mxPoint x="250" y="3160" as="targetPoint" />
          </mxGeometry>
        </mxCell>
        <mxCell id="n71vrackOyoeoZxGXVk4-160" parent="1" style="ellipse;shape=cloud;whiteSpace=wrap;html=1;" value="Internet" vertex="1">
          <mxGeometry height="80" width="120" x="50" y="3120" as="geometry" />
        </mxCell>
        <mxCell id="n71vrackOyoeoZxGXVk4-161" parent="1" style="text;html=1;whiteSpace=wrap;strokeColor=none;fillColor=none;align=center;verticalAlign=middle;rounded=0;" value="http://10.8.9.6:3000" vertex="1">
          <mxGeometry height="30" width="130" x="-80" y="3070" as="geometry" />
        </mxCell>
        <mxCell id="n71vrackOyoeoZxGXVk4-164" parent="1" style="rounded=1;whiteSpace=wrap;html=1;" value="MySQL" vertex="1">
          <mxGeometry height="60" width="120" x="470" y="3010" as="geometry" />
        </mxCell>
        <mxCell id="n71vrackOyoeoZxGXVk4-165" parent="1" style="rounded=1;whiteSpace=wrap;html=1;fillColor=#fff2cc;strokeColor=#d6b656;" value="Node.js" vertex="1">
          <mxGeometry height="60" width="120" x="391" y="3120" as="geometry" />
        </mxCell>
        <mxCell id="n71vrackOyoeoZxGXVk4-167" edge="1" parent="1" source="n71vrackOyoeoZxGXVk4-166" style="edgeStyle=orthogonalEdgeStyle;rounded=0;orthogonalLoop=1;jettySize=auto;html=1;entryX=0;entryY=0.5;entryDx=0;entryDy=0;" target="n71vrackOyoeoZxGXVk4-164">
          <mxGeometry relative="1" as="geometry" />
        </mxCell>
        <mxCell id="n71vrackOyoeoZxGXVk4-166" parent="1" style="shape=cylinder3;whiteSpace=wrap;html=1;boundedLbl=1;backgroundOutline=1;size=15;rotation=-90;" value="3306" vertex="1">
          <mxGeometry height="50" width="60" x="225" y="3015" as="geometry" />
        </mxCell>
        <mxCell id="n71vrackOyoeoZxGXVk4-169" edge="1" parent="1" source="n71vrackOyoeoZxGXVk4-168" style="edgeStyle=orthogonalEdgeStyle;rounded=0;orthogonalLoop=1;jettySize=auto;html=1;entryX=0;entryY=0.5;entryDx=0;entryDy=0;flowAnimation=1;" target="n71vrackOyoeoZxGXVk4-165">
          <mxGeometry relative="1" as="geometry" />
        </mxCell>
        <mxCell id="n71vrackOyoeoZxGXVk4-168" parent="1" style="shape=cylinder3;whiteSpace=wrap;html=1;boundedLbl=1;backgroundOutline=1;size=15;rotation=-90;fillColor=#fff2cc;strokeColor=#d6b656;" value="3000" vertex="1">
          <mxGeometry height="50" width="60" x="225" y="3215" as="geometry" />
        </mxCell>
        <mxCell id="n71vrackOyoeoZxGXVk4-170" parent="1" style="shape=cube;whiteSpace=wrap;html=1;boundedLbl=1;backgroundOutline=1;darkOpacity=0.05;darkOpacity2=0.1;" value="" vertex="1">
          <mxGeometry height="410" width="420" x="259.5" y="3610" as="geometry" />
        </mxCell>
        <mxCell id="n71vrackOyoeoZxGXVk4-171" parent="1" style="text;html=1;whiteSpace=wrap;strokeColor=none;fillColor=none;align=center;verticalAlign=middle;rounded=0;" value="10.8.9.6" vertex="1">
          <mxGeometry height="30" width="60" x="259.5" y="3580" as="geometry" />
        </mxCell>
        <mxCell id="n71vrackOyoeoZxGXVk4-173" parent="1" style="rounded=1;whiteSpace=wrap;html=1;" value="Node.js" vertex="1">
          <mxGeometry height="60" width="120" x="388.5" y="3890" as="geometry" />
        </mxCell>
        <mxCell id="n71vrackOyoeoZxGXVk4-176" edge="1" parent="1" source="n71vrackOyoeoZxGXVk4-177" style="edgeStyle=orthogonalEdgeStyle;rounded=0;orthogonalLoop=1;jettySize=auto;html=1;entryX=0;entryY=0.5;entryDx=0;entryDy=0;flowAnimation=0;" target="n71vrackOyoeoZxGXVk4-173">
          <mxGeometry relative="1" as="geometry" />
        </mxCell>
        <mxCell id="n71vrackOyoeoZxGXVk4-177" parent="1" style="shape=cylinder3;whiteSpace=wrap;html=1;boundedLbl=1;backgroundOutline=1;size=15;rotation=-90;" value="3000" vertex="1">
          <mxGeometry height="50" width="60" x="224" y="3895" as="geometry" />
        </mxCell>
        <mxCell id="n71vrackOyoeoZxGXVk4-180" parent="1" style="sketch=0;pointerEvents=1;shadow=0;dashed=0;html=1;strokeColor=none;fillColor=#005F4B;labelPosition=center;verticalLabelPosition=bottom;verticalAlign=top;align=center;outlineConnect=0;shape=mxgraph.veeam2.hardware_controller;" value="" vertex="1">
          <mxGeometry height="58" width="79" x="214.5" y="3930" as="geometry" />
        </mxCell>
        <mxCell id="n71vrackOyoeoZxGXVk4-182" parent="1" style="image;aspect=fixed;html=1;points=[];align=center;fontSize=12;image=img/lib/azure2/general/Browser.svg;" value="127.0.0.1:3000" vertex="1">
          <mxGeometry height="52" width="65" x="420" y="3700" as="geometry" />
        </mxCell>
        <mxCell id="n71vrackOyoeoZxGXVk4-183" edge="1" parent="1" source="n71vrackOyoeoZxGXVk4-182" style="edgeStyle=orthogonalEdgeStyle;rounded=0;orthogonalLoop=1;jettySize=auto;html=1;entryX=0.5;entryY=0;entryDx=0;entryDy=0;entryPerimeter=0;" target="n71vrackOyoeoZxGXVk4-177">
          <mxGeometry relative="1" as="geometry" />
        </mxCell>
        <mxCell id="n71vrackOyoeoZxGXVk4-184" parent="1" style="rounded=0;whiteSpace=wrap;html=1;" value="PC" vertex="1">
          <mxGeometry height="300" width="440" x="1625" y="2580" as="geometry" />
        </mxCell>
        <mxCell id="n71vrackOyoeoZxGXVk4-186" parent="1" style="shape=cube;whiteSpace=wrap;html=1;boundedLbl=1;backgroundOutline=1;darkOpacity=0.05;darkOpacity2=0.1;fillColor=#dae8fc;strokeColor=#6c8ebf;" value="Docker Engine&lt;br&gt;Kernel Linux" vertex="1">
          <mxGeometry height="140" width="460" x="1625" y="2580" as="geometry" />
        </mxCell>
        <mxCell id="n71vrackOyoeoZxGXVk4-193" parent="1" style="shape=umlActor;verticalLabelPosition=bottom;verticalAlign=top;html=1;outlineConnect=0;" value="Pino" vertex="1">
          <mxGeometry height="60" width="30" x="1470" y="2790" as="geometry" />
        </mxCell>
        <mxCell id="n71vrackOyoeoZxGXVk4-195" parent="1" style="shape=cube;whiteSpace=wrap;html=1;boundedLbl=1;backgroundOutline=1;darkOpacity=0.05;darkOpacity2=0.1;" value="Tomcat&lt;div&gt;tom_uno&lt;/div&gt;" vertex="1">
          <mxGeometry height="80" width="120" x="1740" y="2440" as="geometry" />
        </mxCell>
        <mxCell id="n71vrackOyoeoZxGXVk4-196" parent="1" style="shape=cube;whiteSpace=wrap;html=1;boundedLbl=1;backgroundOutline=1;darkOpacity=0.05;darkOpacity2=0.1;" value="Tomcat&lt;div&gt;tom_due&lt;/div&gt;" vertex="1">
          <mxGeometry height="80" width="120" x="1965" y="2430" as="geometry" />
        </mxCell>
        <mxCell id="n71vrackOyoeoZxGXVk4-197" parent="1" style="shape=cylinder3;whiteSpace=wrap;html=1;boundedLbl=1;backgroundOutline=1;size=15;rotation=-90;fillColor=#fff2cc;strokeColor=#d6b656;" value="8080" vertex="1">
          <mxGeometry height="50" width="60" x="1700" y="2455" as="geometry" />
        </mxCell>
        <mxCell id="n71vrackOyoeoZxGXVk4-198" parent="1" style="shape=cylinder3;whiteSpace=wrap;html=1;boundedLbl=1;backgroundOutline=1;size=15;rotation=-90;" value="8080" vertex="1">
          <mxGeometry height="50" width="60" x="1930" y="2445" as="geometry" />
        </mxCell>
        <mxCell id="n71vrackOyoeoZxGXVk4-199" edge="1" parent="1" style="endArrow=none;dashed=1;html=1;dashPattern=1 3;strokeWidth=2;rounded=0;" value="">
          <mxGeometry height="50" relative="1" width="50" as="geometry">
            <mxPoint x="1890" y="2555" as="sourcePoint" />
            <mxPoint x="1890" y="2405" as="targetPoint" />
          </mxGeometry>
        </mxCell>
        <mxCell id="n71vrackOyoeoZxGXVk4-204" parent="1" style="image;aspect=fixed;html=1;points=[];align=center;fontSize=12;image=img/lib/azure2/general/Browser.svg;" value="" vertex="1">
          <mxGeometry height="80" width="100" x="1713" y="2780" as="geometry" />
        </mxCell>
        <mxCell id="n71vrackOyoeoZxGXVk4-205" edge="1" parent="1" source="n71vrackOyoeoZxGXVk4-193" style="edgeStyle=orthogonalEdgeStyle;rounded=0;orthogonalLoop=1;jettySize=auto;html=1;entryX=-0.02;entryY=0.494;entryDx=0;entryDy=0;entryPerimeter=0;" target="n71vrackOyoeoZxGXVk4-204">
          <mxGeometry relative="1" as="geometry" />
        </mxCell>
        <mxCell id="n71vrackOyoeoZxGXVk4-207" parent="1" style="shape=cylinder3;whiteSpace=wrap;html=1;boundedLbl=1;backgroundOutline=1;size=15;rotation=-90;fillColor=#fff2cc;strokeColor=#d6b656;" value="3001" vertex="1">
          <mxGeometry height="50" width="64" x="1602" y="2595" as="geometry" />
        </mxCell>
        <mxCell id="n71vrackOyoeoZxGXVk4-209" edge="1" parent="1" source="n71vrackOyoeoZxGXVk4-207" style="edgeStyle=orthogonalEdgeStyle;rounded=0;orthogonalLoop=1;jettySize=auto;html=1;entryX=0.5;entryY=0;entryDx=0;entryDy=0;entryPerimeter=0;" target="n71vrackOyoeoZxGXVk4-197">
          <mxGeometry relative="1" as="geometry" />
        </mxCell>
        <mxCell id="n71vrackOyoeoZxGXVk4-210" parent="1" style="shape=cylinder3;whiteSpace=wrap;html=1;boundedLbl=1;backgroundOutline=1;size=15;rotation=-90;" value="3002" vertex="1">
          <mxGeometry height="50" width="60" x="1602" y="2660" as="geometry" />
        </mxCell>
        <mxCell id="n71vrackOyoeoZxGXVk4-213" edge="1" parent="1" source="n71vrackOyoeoZxGXVk4-210" style="edgeStyle=orthogonalEdgeStyle;rounded=0;orthogonalLoop=1;jettySize=auto;html=1;entryX=0.5;entryY=0;entryDx=0;entryDy=0;entryPerimeter=0;" target="n71vrackOyoeoZxGXVk4-198">
          <mxGeometry relative="1" as="geometry">
            <Array as="points">
              <mxPoint x="1910" y="2685" />
              <mxPoint x="1910" y="2470" />
            </Array>
          </mxGeometry>
        </mxCell>
        <mxCell id="n71vrackOyoeoZxGXVk4-214" parent="1" style="text;html=1;whiteSpace=wrap;strokeColor=none;fillColor=none;align=center;verticalAlign=middle;rounded=0;" value="172.23.0.2" vertex="1">
          <mxGeometry height="30" width="60" x="1760" y="2410" as="geometry" />
        </mxCell>
        <mxCell id="n71vrackOyoeoZxGXVk4-215" parent="1" style="text;html=1;whiteSpace=wrap;strokeColor=none;fillColor=none;align=center;verticalAlign=middle;rounded=0;" value="172.24.0.2" vertex="1">
          <mxGeometry height="30" width="60" x="1980" y="2400" as="geometry" />
        </mxCell>
        <mxCell id="n71vrackOyoeoZxGXVk4-216" parent="1" style="shape=cube;whiteSpace=wrap;html=1;boundedLbl=1;backgroundOutline=1;darkOpacity=0.05;darkOpacity2=0.1;" value="Tomcat&lt;div&gt;&lt;br&gt;&lt;/div&gt;" vertex="1">
          <mxGeometry height="80" width="120" x="1870" y="3300" as="geometry" />
        </mxCell>
        <mxCell id="n71vrackOyoeoZxGXVk4-217" parent="1" style="shape=cylinder3;whiteSpace=wrap;html=1;boundedLbl=1;backgroundOutline=1;size=15;rotation=-90;" value="8080" vertex="1">
          <mxGeometry height="50" width="60" x="1835" y="3315" as="geometry" />
        </mxCell>
        <mxCell id="n71vrackOyoeoZxGXVk4-228" edge="1" parent="1" source="n71vrackOyoeoZxGXVk4-222" style="edgeStyle=orthogonalEdgeStyle;rounded=0;orthogonalLoop=1;jettySize=auto;html=1;entryX=0.5;entryY=0;entryDx=0;entryDy=0;entryPerimeter=0;" target="n71vrackOyoeoZxGXVk4-217" value="">
          <mxGeometry relative="1" as="geometry" />
        </mxCell>
        <mxCell id="n71vrackOyoeoZxGXVk4-222" parent="1" style="shape=cube;whiteSpace=wrap;html=1;boundedLbl=1;backgroundOutline=1;darkOpacity=0.05;darkOpacity2=0.1;" value="&lt;div&gt;Proxy&lt;/div&gt;" vertex="1">
          <mxGeometry height="80" width="120" x="1650" y="3355" as="geometry" />
        </mxCell>
        <mxCell id="n71vrackOyoeoZxGXVk4-223" parent="1" style="shape=cylinder3;whiteSpace=wrap;html=1;boundedLbl=1;backgroundOutline=1;size=15;rotation=-90;" value="8080" vertex="1">
          <mxGeometry height="50" width="60" x="1615" y="3370" as="geometry" />
        </mxCell>
        <mxCell id="n71vrackOyoeoZxGXVk4-224" parent="1" style="shape=umlActor;verticalLabelPosition=bottom;verticalAlign=top;html=1;outlineConnect=0;" value="Actor" vertex="1">
          <mxGeometry height="60" width="30" x="1440" y="3365" as="geometry" />
        </mxCell>
        <mxCell id="n71vrackOyoeoZxGXVk4-225" parent="1" style="text;html=1;whiteSpace=wrap;strokeColor=none;fillColor=none;align=center;verticalAlign=middle;rounded=0;" value="172.20.0.1" vertex="1">
          <mxGeometry height="30" width="60" x="1675" y="3315" as="geometry" />
        </mxCell>
        <mxCell id="n71vrackOyoeoZxGXVk4-226" edge="1" parent="1" source="n71vrackOyoeoZxGXVk4-224" style="edgeStyle=orthogonalEdgeStyle;rounded=0;orthogonalLoop=1;jettySize=auto;html=1;entryX=0.5;entryY=0;entryDx=0;entryDy=0;entryPerimeter=0;" target="n71vrackOyoeoZxGXVk4-223">
          <mxGeometry relative="1" as="geometry" />
        </mxCell>
        <mxCell id="n71vrackOyoeoZxGXVk4-236" parent="1" style="shape=cube;whiteSpace=wrap;html=1;boundedLbl=1;backgroundOutline=1;darkOpacity=0.05;darkOpacity2=0.1;" value="Tomcat&lt;div&gt;&lt;br&gt;&lt;/div&gt;" vertex="1">
          <mxGeometry height="80" width="120" x="1880" y="3310" as="geometry" />
        </mxCell>
        <mxCell id="n71vrackOyoeoZxGXVk4-237" parent="1" style="shape=cylinder3;whiteSpace=wrap;html=1;boundedLbl=1;backgroundOutline=1;size=15;rotation=-90;" value="8080" vertex="1">
          <mxGeometry height="50" width="60" x="1845" y="3325" as="geometry" />
        </mxCell>
        <mxCell id="n71vrackOyoeoZxGXVk4-238" parent="1" style="shape=cube;whiteSpace=wrap;html=1;boundedLbl=1;backgroundOutline=1;darkOpacity=0.05;darkOpacity2=0.1;" value="Tomcat&lt;div&gt;&lt;br&gt;&lt;/div&gt;" vertex="1">
          <mxGeometry height="80" width="120" x="1890" y="3320" as="geometry" />
        </mxCell>
        <mxCell id="n71vrackOyoeoZxGXVk4-239" parent="1" style="shape=cylinder3;whiteSpace=wrap;html=1;boundedLbl=1;backgroundOutline=1;size=15;rotation=-90;" value="8080" vertex="1">
          <mxGeometry height="50" width="60" x="1855" y="3335" as="geometry" />
        </mxCell>
        <mxCell id="n71vrackOyoeoZxGXVk4-240" parent="1" style="shape=cube;whiteSpace=wrap;html=1;boundedLbl=1;backgroundOutline=1;darkOpacity=0.05;darkOpacity2=0.1;" value="Tomcat&lt;div&gt;&lt;br&gt;&lt;/div&gt;" vertex="1">
          <mxGeometry height="80" width="120" x="1900" y="3330" as="geometry" />
        </mxCell>
        <mxCell id="n71vrackOyoeoZxGXVk4-241" parent="1" style="shape=cylinder3;whiteSpace=wrap;html=1;boundedLbl=1;backgroundOutline=1;size=15;rotation=-90;" value="8080" vertex="1">
          <mxGeometry height="50" width="60" x="1865" y="3345" as="geometry" />
        </mxCell>
        <mxCell id="n71vrackOyoeoZxGXVk4-280" edge="1" parent="1" style="edgeStyle=orthogonalEdgeStyle;rounded=0;orthogonalLoop=1;jettySize=auto;html=1;">
          <mxGeometry relative="1" as="geometry">
            <Array as="points">
              <mxPoint x="283" y="2425" />
            </Array>
            <mxPoint x="283" y="2625.213577715236" as="sourcePoint" />
            <mxPoint x="323" y="2425" as="targetPoint" />
          </mxGeometry>
        </mxCell>
        <mxCell id="n71vrackOyoeoZxGXVk4-276" parent="1" style="image;aspect=fixed;perimeter=ellipsePerimeter;html=1;align=center;shadow=0;dashed=0;spacingTop=3;image=img/lib/active_directory/folder_open.svg;" value="its_35_volume" vertex="1">
          <mxGeometry height="50" width="46" x="260" y="2625" as="geometry" />
        </mxCell>
        <mxCell id="n71vrackOyoeoZxGXVk4-277" parent="1" style="shape=cylinder3;whiteSpace=wrap;html=1;boundedLbl=1;backgroundOutline=1;size=15;" value="" vertex="1">
          <mxGeometry height="80" width="60" x="255" y="2480" as="geometry" />
        </mxCell>
        <mxCell id="n71vrackOyoeoZxGXVk4-278" parent="1" style="image;aspect=fixed;perimeter=ellipsePerimeter;html=1;align=center;shadow=0;dashed=0;spacingTop=3;image=img/lib/active_directory/folder_open.svg;" value="vol_its" vertex="1">
          <mxGeometry height="50" width="46" x="320" y="2400" as="geometry" />
        </mxCell>
        <mxCell id="SKi3RqrSc2cQhSTBjMi2-7" edge="1" parent="1" source="SKi3RqrSc2cQhSTBjMi2-1" style="edgeStyle=orthogonalEdgeStyle;rounded=0;orthogonalLoop=1;jettySize=auto;html=1;entryX=0;entryY=0.5;entryDx=0;entryDy=0;" target="SKi3RqrSc2cQhSTBjMi2-6">
          <mxGeometry relative="1" as="geometry">
            <Array as="points">
              <mxPoint x="570" y="4340" />
              <mxPoint x="570" y="4570" />
            </Array>
          </mxGeometry>
        </mxCell>
        <mxCell id="SKi3RqrSc2cQhSTBjMi2-9" edge="1" parent="1" source="SKi3RqrSc2cQhSTBjMi2-1" style="edgeStyle=orthogonalEdgeStyle;rounded=0;orthogonalLoop=1;jettySize=auto;html=1;" target="SKi3RqrSc2cQhSTBjMi2-8">
          <mxGeometry relative="1" as="geometry" />
        </mxCell>
        <mxCell id="SKi3RqrSc2cQhSTBjMi2-1" parent="1" style="rounded=1;whiteSpace=wrap;html=1;" value="Runing&lt;br&gt;docker start" vertex="1">
          <mxGeometry height="60" width="120" x="388.5" y="4310" as="geometry" />
        </mxCell>
        <mxCell id="SKi3RqrSc2cQhSTBjMi2-3" edge="1" parent="1" source="SKi3RqrSc2cQhSTBjMi2-2" style="edgeStyle=orthogonalEdgeStyle;rounded=0;orthogonalLoop=1;jettySize=auto;html=1;entryX=0;entryY=0.5;entryDx=0;entryDy=0;" target="SKi3RqrSc2cQhSTBjMi2-1">
          <mxGeometry relative="1" as="geometry" />
        </mxCell>
        <mxCell id="SKi3RqrSc2cQhSTBjMi2-2" parent="1" style="rounded=1;whiteSpace=wrap;html=1;" value="Create&lt;div&gt;docker create&lt;/div&gt;" vertex="1">
          <mxGeometry height="60" width="120" x="180" y="4310" as="geometry" />
        </mxCell>
        <mxCell id="SKi3RqrSc2cQhSTBjMi2-4" parent="1" style="shape=curlyBracket;whiteSpace=wrap;html=1;rounded=1;labelPosition=left;verticalLabelPosition=middle;align=right;verticalAlign=middle;rotation=90;" value="" vertex="1">
          <mxGeometry height="330" width="20" x="335" y="4115" as="geometry" />
        </mxCell>
        <mxCell id="SKi3RqrSc2cQhSTBjMi2-5" parent="1" style="rounded=1;whiteSpace=wrap;html=1;" value="Run&lt;div&gt;docker run&lt;/div&gt;" vertex="1">
          <mxGeometry height="60" width="120" x="285" y="4180" as="geometry" />
        </mxCell>
        <mxCell id="SKi3RqrSc2cQhSTBjMi2-6" parent="1" style="rounded=1;whiteSpace=wrap;html=1;" value="Exited" vertex="1">
          <mxGeometry height="60" width="120" x="630" y="4540" as="geometry" />
        </mxCell>
        <mxCell id="SKi3RqrSc2cQhSTBjMi2-10" edge="1" parent="1" source="SKi3RqrSc2cQhSTBjMi2-8" style="edgeStyle=orthogonalEdgeStyle;rounded=0;orthogonalLoop=1;jettySize=auto;html=1;entryX=0.5;entryY=0;entryDx=0;entryDy=0;" target="SKi3RqrSc2cQhSTBjMi2-6">
          <mxGeometry relative="1" as="geometry" />
        </mxCell>
        <mxCell id="SKi3RqrSc2cQhSTBjMi2-8" parent="1" style="rounded=1;whiteSpace=wrap;html=1;" value="Stop&lt;div&gt;docker stop&lt;/div&gt;" vertex="1">
          <mxGeometry height="60" width="120" x="630" y="4310" as="geometry" />
        </mxCell>
        <mxCell id="SKi3RqrSc2cQhSTBjMi2-11" parent="1" style="text;html=1;whiteSpace=wrap;strokeColor=none;fillColor=none;align=center;verticalAlign=middle;rounded=0;" value="SIGTERM entro 30 sec&lt;br&gt;&lt;br&gt;SIGKILL" vertex="1">
          <mxGeometry height="30" width="60" x="620" y="4430" as="geometry" />
        </mxCell>
        <mxCell id="SKi3RqrSc2cQhSTBjMi2-17" edge="1" parent="1" source="SKi3RqrSc2cQhSTBjMi2-12" style="edgeStyle=orthogonalEdgeStyle;rounded=0;orthogonalLoop=1;jettySize=auto;html=1;entryX=0.25;entryY=0;entryDx=0;entryDy=0;fillColor=#dae8fc;strokeColor=#6c8ebf;" target="SKi3RqrSc2cQhSTBjMi2-15">
          <mxGeometry relative="1" as="geometry" />
        </mxCell>
        <mxCell id="SKi3RqrSc2cQhSTBjMi2-12" parent="1" style="shape=cube;whiteSpace=wrap;html=1;boundedLbl=1;backgroundOutline=1;darkOpacity=0.05;darkOpacity2=0.1;fillColor=#dae8fc;strokeColor=#6c8ebf;" value="byte" vertex="1">
          <mxGeometry height="80" width="120" x="191.5" y="4830" as="geometry" />
        </mxCell>
        <mxCell id="SKi3RqrSc2cQhSTBjMi2-19" edge="1" parent="1" source="SKi3RqrSc2cQhSTBjMi2-13" style="edgeStyle=orthogonalEdgeStyle;rounded=0;orthogonalLoop=1;jettySize=auto;html=1;entryX=0.25;entryY=0;entryDx=0;entryDy=0;" target="SKi3RqrSc2cQhSTBjMi2-16">
          <mxGeometry relative="1" as="geometry" />
        </mxCell>
        <mxCell id="SKi3RqrSc2cQhSTBjMi2-13" parent="1" style="shape=cube;whiteSpace=wrap;html=1;boundedLbl=1;backgroundOutline=1;darkOpacity=0.05;darkOpacity2=0.1;fillColor=#dae8fc;strokeColor=#6c8ebf;" value="zero" vertex="1">
          <mxGeometry height="80" width="120" x="393.5" y="4830" as="geometry" />
        </mxCell>
        <mxCell id="SKi3RqrSc2cQhSTBjMi2-14" parent="1" style="shape=cube;whiteSpace=wrap;html=1;boundedLbl=1;backgroundOutline=1;darkOpacity=0.05;darkOpacity2=0.1;fillColor=#dae8fc;strokeColor=#6c8ebf;" value="pippo" vertex="1">
          <mxGeometry height="80" width="120" x="593.5" y="4830" as="geometry" />
        </mxCell>
        <mxCell id="SKi3RqrSc2cQhSTBjMi2-15" parent="1" style="rounded=0;whiteSpace=wrap;html=1;fillColor=#fff2cc;strokeColor=#d6b656;" value="network_scarpa" vertex="1">
          <mxGeometry height="30" width="201" x="250" y="4950" as="geometry" />
        </mxCell>
        <mxCell id="SKi3RqrSc2cQhSTBjMi2-16" parent="1" style="rounded=0;whiteSpace=wrap;html=1;fillColor=#fff2cc;strokeColor=#d6b656;" value="network_neve" vertex="1">
          <mxGeometry height="30" width="201" x="478.5" y="4950" as="geometry" />
        </mxCell>
        <mxCell id="SKi3RqrSc2cQhSTBjMi2-18" edge="1" parent="1" source="SKi3RqrSc2cQhSTBjMi2-15" style="edgeStyle=orthogonalEdgeStyle;rounded=0;orthogonalLoop=1;jettySize=auto;html=1;entryX=0.365;entryY=0.968;entryDx=0;entryDy=0;entryPerimeter=0;" target="SKi3RqrSc2cQhSTBjMi2-13">
          <mxGeometry relative="1" as="geometry" />
        </mxCell>
        <mxCell id="SKi3RqrSc2cQhSTBjMi2-20" edge="1" parent="1" source="SKi3RqrSc2cQhSTBjMi2-16" style="edgeStyle=orthogonalEdgeStyle;rounded=0;orthogonalLoop=1;jettySize=auto;html=1;entryX=0;entryY=0;entryDx=70;entryDy=80;entryPerimeter=0;" target="SKi3RqrSc2cQhSTBjMi2-14">
          <mxGeometry relative="1" as="geometry" />
        </mxCell>
        <mxCell id="SKi3RqrSc2cQhSTBjMi2-21" parent="1" style="shape=cylinder3;whiteSpace=wrap;html=1;boundedLbl=1;backgroundOutline=1;size=15;fillColor=#fff2cc;strokeColor=#d6b656;" value="test.txt" vertex="1">
          <mxGeometry height="80" width="60" x="429" y="4690" as="geometry" />
        </mxCell>
        <mxCell id="SKi3RqrSc2cQhSTBjMi2-22" edge="1" parent="1" source="SKi3RqrSc2cQhSTBjMi2-24" style="edgeStyle=orthogonalEdgeStyle;rounded=0;orthogonalLoop=1;jettySize=auto;html=1;entryX=0;entryY=0.5;entryDx=0;entryDy=0;entryPerimeter=0;fillColor=#dae8fc;strokeColor=#6c8ebf;" target="SKi3RqrSc2cQhSTBjMi2-21">
          <mxGeometry relative="1" as="geometry">
            <Array as="points">
              <mxPoint x="252" y="4730" />
            </Array>
          </mxGeometry>
        </mxCell>
        <mxCell id="SKi3RqrSc2cQhSTBjMi2-23" edge="1" parent="1" source="SKi3RqrSc2cQhSTBjMi2-14" style="edgeStyle=orthogonalEdgeStyle;rounded=0;orthogonalLoop=1;jettySize=auto;html=1;entryX=1;entryY=0.5;entryDx=0;entryDy=0;entryPerimeter=0;fillColor=#dae8fc;strokeColor=#6c8ebf;" target="SKi3RqrSc2cQhSTBjMi2-21">
          <mxGeometry relative="1" as="geometry">
            <Array as="points">
              <mxPoint x="654" y="4730" />
            </Array>
          </mxGeometry>
        </mxCell>
        <mxCell id="SKi3RqrSc2cQhSTBjMi2-25" parent="1" style="text;html=1;whiteSpace=wrap;strokeColor=none;fillColor=none;align=center;verticalAlign=middle;rounded=0;" value="apt update&lt;br&gt;&lt;br&gt;apt install iputils-ping" vertex="1">
          <mxGeometry height="30" width="191" x="379" y="5040" as="geometry" />
        </mxCell>
        <mxCell id="SKi3RqrSc2cQhSTBjMi2-26" edge="1" parent="1" source="SKi3RqrSc2cQhSTBjMi2-12" style="edgeStyle=orthogonalEdgeStyle;rounded=0;orthogonalLoop=1;jettySize=auto;html=1;entryX=0;entryY=0.5;entryDx=0;entryDy=0;entryPerimeter=0;fillColor=#dae8fc;strokeColor=#6c8ebf;" target="SKi3RqrSc2cQhSTBjMi2-24" value="">
          <mxGeometry relative="1" as="geometry">
            <Array as="points">
              <mxPoint x="250" y="4715" />
            </Array>
            <mxPoint x="252" y="4830" as="sourcePoint" />
            <mxPoint x="429" y="4730" as="targetPoint" />
          </mxGeometry>
        </mxCell>
        <mxCell id="SKi3RqrSc2cQhSTBjMi2-24" parent="1" style="text;html=1;whiteSpace=wrap;strokeColor=none;fillColor=none;align=center;verticalAlign=middle;rounded=0;" value="vol_caverna" vertex="1">
          <mxGeometry height="30" width="60" x="340" y="4700" as="geometry" />
        </mxCell>
        <mxCell id="SKi3RqrSc2cQhSTBjMi2-27" parent="1" style="shape=cube;whiteSpace=wrap;html=1;boundedLbl=1;backgroundOutline=1;darkOpacity=0.05;darkOpacity2=0.1;" value="" vertex="1">
          <mxGeometry height="200" width="195" x="355" y="5440" as="geometry" />
        </mxCell>
        <mxCell id="SKi3RqrSc2cQhSTBjMi2-30" edge="1" parent="1" source="SKi3RqrSc2cQhSTBjMi2-28" style="edgeStyle=orthogonalEdgeStyle;rounded=0;orthogonalLoop=1;jettySize=auto;html=1;" target="SKi3RqrSc2cQhSTBjMi2-29">
          <mxGeometry relative="1" as="geometry" />
        </mxCell>
        <mxCell id="SKi3RqrSc2cQhSTBjMi2-28" parent="1" style="rounded=0;whiteSpace=wrap;html=1;" value="webserver" vertex="1">
          <mxGeometry height="60" width="120" x="410" y="5520" as="geometry" />
        </mxCell>
        <mxCell id="SKi3RqrSc2cQhSTBjMi2-29" parent="1" style="shape=cylinder3;whiteSpace=wrap;html=1;boundedLbl=1;backgroundOutline=1;size=15;fillColor=#dae8fc;strokeColor=#6c8ebf;" value="DBMS" vertex="1">
          <mxGeometry height="80" width="60" x="670" y="5640" as="geometry" />
        </mxCell>
        <mxCell id="SKi3RqrSc2cQhSTBjMi2-31" parent="1" style="shape=cube;whiteSpace=wrap;html=1;boundedLbl=1;backgroundOutline=1;darkOpacity=0.05;darkOpacity2=0.1;" value="" vertex="1">
          <mxGeometry height="200" width="195" x="355" y="5710" as="geometry" />
        </mxCell>
        <mxCell id="SKi3RqrSc2cQhSTBjMi2-32" edge="1" parent="1" source="SKi3RqrSc2cQhSTBjMi2-33" style="edgeStyle=orthogonalEdgeStyle;rounded=0;orthogonalLoop=1;jettySize=auto;html=1;entryX=0.517;entryY=0.994;entryDx=0;entryDy=0;entryPerimeter=0;" target="SKi3RqrSc2cQhSTBjMi2-29">
          <mxGeometry relative="1" as="geometry">
            <mxPoint x="630" y="5820" as="targetPoint" />
          </mxGeometry>
        </mxCell>
        <mxCell id="SKi3RqrSc2cQhSTBjMi2-33" parent="1" style="rounded=0;whiteSpace=wrap;html=1;" value="webserver" vertex="1">
          <mxGeometry height="60" width="120" x="410" y="5790" as="geometry" />
        </mxCell>
        <mxCell id="SKi3RqrSc2cQhSTBjMi2-35" parent="1" style="rounded=0;whiteSpace=wrap;html=1;" value="PROXY" vertex="1">
          <mxGeometry height="60" width="120" x="185" y="5650" as="geometry" />
        </mxCell>
        <mxCell id="SKi3RqrSc2cQhSTBjMi2-38" parent="1" style="shape=umlActor;verticalLabelPosition=bottom;verticalAlign=top;html=1;outlineConnect=0;" value="Actor" vertex="1">
          <mxGeometry height="60" width="30" x="80" y="5650" as="geometry" />
        </mxCell>
        <mxCell id="SKi3RqrSc2cQhSTBjMi2-39" edge="1" parent="1" source="SKi3RqrSc2cQhSTBjMi2-38" style="edgeStyle=orthogonalEdgeStyle;rounded=0;orthogonalLoop=1;jettySize=auto;html=1;entryX=-0.009;entryY=0.493;entryDx=0;entryDy=0;entryPerimeter=0;" target="SKi3RqrSc2cQhSTBjMi2-35">
          <mxGeometry relative="1" as="geometry" />
        </mxCell>
        <mxCell id="SKi3RqrSc2cQhSTBjMi2-40" edge="1" parent="1" source="SKi3RqrSc2cQhSTBjMi2-35" style="edgeStyle=orthogonalEdgeStyle;rounded=0;orthogonalLoop=1;jettySize=auto;html=1;entryX=0;entryY=0.369;entryDx=0;entryDy=0;entryPerimeter=0;" target="SKi3RqrSc2cQhSTBjMi2-27">
          <mxGeometry relative="1" as="geometry" />
        </mxCell>
        <mxCell id="SKi3RqrSc2cQhSTBjMi2-41" parent="1" style="text;html=1;whiteSpace=wrap;strokeColor=none;fillColor=none;align=center;verticalAlign=middle;rounded=0;" value="A" vertex="1">
          <mxGeometry height="30" width="60" x="295" y="5440" as="geometry" />
        </mxCell>
        <mxCell id="SKi3RqrSc2cQhSTBjMi2-43" parent="1" style="text;html=1;whiteSpace=wrap;strokeColor=none;fillColor=none;align=center;verticalAlign=middle;rounded=0;" value="B" vertex="1">
          <mxGeometry height="30" width="60" x="291" y="5860" as="geometry" />
        </mxCell>
        <mxCell id="SKi3RqrSc2cQhSTBjMi2-46" edge="1" parent="1" source="SKi3RqrSc2cQhSTBjMi2-47" style="edgeStyle=orthogonalEdgeStyle;rounded=0;orthogonalLoop=1;jettySize=auto;html=1;entryX=0.25;entryY=0;entryDx=0;entryDy=0;fillColor=#dae8fc;strokeColor=#6c8ebf;" target="SKi3RqrSc2cQhSTBjMi2-51">
          <mxGeometry relative="1" as="geometry" />
        </mxCell>
        <mxCell id="SKi3RqrSc2cQhSTBjMi2-47" parent="1" style="shape=cube;whiteSpace=wrap;html=1;boundedLbl=1;backgroundOutline=1;darkOpacity=0.05;darkOpacity2=0.1;" value="FE" vertex="1">
          <mxGeometry height="80" width="120" x="224" y="6690" as="geometry" />
        </mxCell>
        <mxCell id="SKi3RqrSc2cQhSTBjMi2-48" edge="1" parent="1" source="SKi3RqrSc2cQhSTBjMi2-49" style="edgeStyle=orthogonalEdgeStyle;rounded=0;orthogonalLoop=1;jettySize=auto;html=1;entryX=0.25;entryY=0;entryDx=0;entryDy=0;" target="SKi3RqrSc2cQhSTBjMi2-52">
          <mxGeometry relative="1" as="geometry" />
        </mxCell>
        <mxCell id="SKi3RqrSc2cQhSTBjMi2-49" parent="1" style="shape=cube;whiteSpace=wrap;html=1;boundedLbl=1;backgroundOutline=1;darkOpacity=0.05;darkOpacity2=0.1;" value="BE" vertex="1">
          <mxGeometry height="80" width="120" x="426" y="6690" as="geometry" />
        </mxCell>
        <mxCell id="SKi3RqrSc2cQhSTBjMi2-50" parent="1" style="shape=cube;whiteSpace=wrap;html=1;boundedLbl=1;backgroundOutline=1;darkOpacity=0.05;darkOpacity2=0.1;" value="DBMS" vertex="1">
          <mxGeometry height="80" width="120" x="626" y="6690" as="geometry" />
        </mxCell>
        <mxCell id="SKi3RqrSc2cQhSTBjMi2-51" parent="1" style="rounded=0;whiteSpace=wrap;html=1;fillColor=#fff2cc;strokeColor=#d6b656;" value="network_frontend" vertex="1">
          <mxGeometry height="30" width="201" x="282.5" y="6810" as="geometry" />
        </mxCell>
        <mxCell id="SKi3RqrSc2cQhSTBjMi2-52" parent="1" style="rounded=0;whiteSpace=wrap;html=1;fillColor=#fff2cc;strokeColor=#d6b656;" value="network_backend" vertex="1">
          <mxGeometry height="30" width="201" x="511" y="6810" as="geometry" />
        </mxCell>
        <mxCell id="SKi3RqrSc2cQhSTBjMi2-53" edge="1" parent="1" source="SKi3RqrSc2cQhSTBjMi2-51" style="edgeStyle=orthogonalEdgeStyle;rounded=0;orthogonalLoop=1;jettySize=auto;html=1;entryX=0.365;entryY=0.968;entryDx=0;entryDy=0;entryPerimeter=0;" target="SKi3RqrSc2cQhSTBjMi2-49">
          <mxGeometry relative="1" as="geometry" />
        </mxCell>
        <mxCell id="SKi3RqrSc2cQhSTBjMi2-54" edge="1" parent="1" source="SKi3RqrSc2cQhSTBjMi2-52" style="edgeStyle=orthogonalEdgeStyle;rounded=0;orthogonalLoop=1;jettySize=auto;html=1;entryX=0;entryY=0;entryDx=70;entryDy=80;entryPerimeter=0;" target="SKi3RqrSc2cQhSTBjMi2-50">
          <mxGeometry relative="1" as="geometry" />
        </mxCell>
        <mxCell id="SKi3RqrSc2cQhSTBjMi2-55" parent="1" style="shape=umlActor;verticalLabelPosition=bottom;verticalAlign=top;html=1;outlineConnect=0;" value="Actor" vertex="1">
          <mxGeometry height="60" width="30" y="6920" as="geometry" />
        </mxCell>
        <mxCell id="SKi3RqrSc2cQhSTBjMi2-58" parent="1" style="shape=cube;whiteSpace=wrap;html=1;boundedLbl=1;backgroundOutline=1;darkOpacity=0.05;darkOpacity2=0.1;fillColor=#dae8fc;strokeColor=#6c8ebf;" value="Docker Engine" vertex="1">
          <mxGeometry height="80" width="630" x="140" y="6860" as="geometry" />
        </mxCell>
        <mxCell id="SKi3RqrSc2cQhSTBjMi2-59" edge="1" parent="1" style="endArrow=none;dashed=1;html=1;dashPattern=1 3;strokeWidth=2;rounded=0;" value="">
          <mxGeometry height="50" relative="1" width="50" as="geometry">
            <mxPoint x="380" y="6770" as="sourcePoint" />
            <mxPoint x="380" y="6650" as="targetPoint" />
          </mxGeometry>
        </mxCell>
        <mxCell id="SKi3RqrSc2cQhSTBjMi2-60" edge="1" parent="1" style="endArrow=none;dashed=1;html=1;dashPattern=1 3;strokeWidth=2;rounded=0;" value="">
          <mxGeometry height="50" relative="1" width="50" as="geometry">
            <mxPoint x="589.17" y="6770" as="sourcePoint" />
            <mxPoint x="589.17" y="6650" as="targetPoint" />
          </mxGeometry>
        </mxCell>
        <mxCell id="SKi3RqrSc2cQhSTBjMi2-61" parent="1" style="shape=cylinder3;whiteSpace=wrap;html=1;boundedLbl=1;backgroundOutline=1;size=15;rotation=-90;" value="80" vertex="1">
          <mxGeometry height="80" width="60" x="175" y="6690" as="geometry" />
        </mxCell>
        <mxCell id="SKi3RqrSc2cQhSTBjMi2-63" parent="1" style="shape=cylinder3;whiteSpace=wrap;html=1;boundedLbl=1;backgroundOutline=1;size=15;rotation=-90;" value="80" vertex="1">
          <mxGeometry height="80" width="60" x="90" y="6860" as="geometry" />
        </mxCell>
        <mxCell id="SKi3RqrSc2cQhSTBjMi2-64" edge="1" parent="1" source="SKi3RqrSc2cQhSTBjMi2-63" style="edgeStyle=orthogonalEdgeStyle;rounded=0;orthogonalLoop=1;jettySize=auto;html=1;entryX=0.53;entryY=-0.013;entryDx=0;entryDy=0;entryPerimeter=0;" target="SKi3RqrSc2cQhSTBjMi2-61">
          <mxGeometry relative="1" as="geometry" />
        </mxCell>
        <mxCell id="SKi3RqrSc2cQhSTBjMi2-65" edge="1" parent="1" source="SKi3RqrSc2cQhSTBjMi2-55" style="edgeStyle=orthogonalEdgeStyle;rounded=0;orthogonalLoop=1;jettySize=auto;html=1;entryX=0.469;entryY=-0.02;entryDx=0;entryDy=0;entryPerimeter=0;" target="SKi3RqrSc2cQhSTBjMi2-63">
          <mxGeometry relative="1" as="geometry" />
        </mxCell>
        <mxCell id="SKi3RqrSc2cQhSTBjMi2-66" parent="1" style="shape=cube;whiteSpace=wrap;html=1;boundedLbl=1;backgroundOutline=1;darkOpacity=0.05;darkOpacity2=0.1;" value="FE" vertex="1">
          <mxGeometry height="80" width="120" x="178" y="7240" as="geometry" />
        </mxCell>
        <mxCell id="SKi3RqrSc2cQhSTBjMi2-67" parent="1" style="shape=cube;whiteSpace=wrap;html=1;boundedLbl=1;backgroundOutline=1;darkOpacity=0.05;darkOpacity2=0.1;" value="BE" vertex="1">
          <mxGeometry height="80" width="120" x="379" y="7240" as="geometry" />
        </mxCell>
        <mxCell id="SKi3RqrSc2cQhSTBjMi2-68" parent="1" style="shape=cube;whiteSpace=wrap;html=1;boundedLbl=1;backgroundOutline=1;darkOpacity=0.05;darkOpacity2=0.1;" value="DBMS" vertex="1">
          <mxGeometry height="80" width="120" x="580" y="7240" as="geometry" />
        </mxCell>
        <mxCell id="SKi3RqrSc2cQhSTBjMi2-69" parent="1" style="rounded=0;whiteSpace=wrap;html=1;" value="network_lez07_compose_isolamento" vertex="1">
          <mxGeometry height="30" width="415" x="235" y="7370" as="geometry" />
        </mxCell>
        <mxCell id="SKi3RqrSc2cQhSTBjMi2-70" edge="1" parent="1" source="SKi3RqrSc2cQhSTBjMi2-66" style="edgeStyle=orthogonalEdgeStyle;rounded=0;orthogonalLoop=1;jettySize=auto;html=1;entryX=0.072;entryY=0.037;entryDx=0;entryDy=0;entryPerimeter=0;" target="SKi3RqrSc2cQhSTBjMi2-69">
          <mxGeometry relative="1" as="geometry" />
        </mxCell>
        <mxCell id="SKi3RqrSc2cQhSTBjMi2-71" edge="1" parent="1" source="SKi3RqrSc2cQhSTBjMi2-67" style="edgeStyle=orthogonalEdgeStyle;rounded=0;orthogonalLoop=1;jettySize=auto;html=1;entryX=0.492;entryY=0;entryDx=0;entryDy=0;entryPerimeter=0;" target="SKi3RqrSc2cQhSTBjMi2-69">
          <mxGeometry relative="1" as="geometry" />
        </mxCell>
        <mxCell id="SKi3RqrSc2cQhSTBjMi2-72" edge="1" parent="1" source="SKi3RqrSc2cQhSTBjMi2-68" style="edgeStyle=orthogonalEdgeStyle;rounded=0;orthogonalLoop=1;jettySize=auto;html=1;entryX=0.919;entryY=-0.126;entryDx=0;entryDy=0;entryPerimeter=0;" target="SKi3RqrSc2cQhSTBjMi2-69">
          <mxGeometry relative="1" as="geometry" />
        </mxCell>
+         <mxCell id="aLBMFZSHwfN5tCmoE9j--1" parent="1" style="shape=cube;whiteSpace=wrap;html=1;boundedLbl=1;backgroundOutline=1;darkOpacity=0.05;darkOpacity2=0.1;" value="wordpress" vertex="1">
+           <mxGeometry height="80" width="120" x="230" y="7950" as="geometry" />
+         </mxCell>
+         <mxCell id="aLBMFZSHwfN5tCmoE9j--2" parent="1" style="shape=cube;whiteSpace=wrap;html=1;boundedLbl=1;backgroundOutline=1;darkOpacity=0.05;darkOpacity2=0.1;" value="wordpress-db&lt;br&gt;DBMS mysql" vertex="1">
+           <mxGeometry height="80" width="120" x="460" y="7950" as="geometry" />
+         </mxCell>
+         <mxCell id="aLBMFZSHwfN5tCmoE9j--3" parent="1" style="shape=cylinder3;whiteSpace=wrap;html=1;boundedLbl=1;backgroundOutline=1;size=15;" value="" vertex="1">
+           <mxGeometry height="130" width="99" x="640" y="8050" as="geometry" />
+         </mxCell>
+         <mxCell id="aLBMFZSHwfN5tCmoE9j--4" parent="1" style="shape=note;whiteSpace=wrap;html=1;backgroundOutline=1;darkOpacity=0.05;" value="dbfile" vertex="1">
+           <mxGeometry height="70" width="51" x="670" y="8090" as="geometry" />
+         </mxCell>
+         <mxCell id="aLBMFZSHwfN5tCmoE9j--5" edge="1" parent="1" source="aLBMFZSHwfN5tCmoE9j--2" style="edgeStyle=orthogonalEdgeStyle;rounded=0;orthogonalLoop=1;jettySize=auto;html=1;entryX=0.472;entryY=-0.005;entryDx=0;entryDy=0;entryPerimeter=0;" target="aLBMFZSHwfN5tCmoE9j--3">
+           <mxGeometry relative="1" as="geometry" />
+         </mxCell>
+         <mxCell id="aLBMFZSHwfN5tCmoE9j--6" edge="1" parent="1" source="aLBMFZSHwfN5tCmoE9j--1" style="edgeStyle=orthogonalEdgeStyle;rounded=0;orthogonalLoop=1;jettySize=auto;html=1;entryX=-0.015;entryY=0.51;entryDx=0;entryDy=0;entryPerimeter=0;" target="aLBMFZSHwfN5tCmoE9j--2">
+           <mxGeometry relative="1" as="geometry" />
+         </mxCell>
+         <mxCell id="aLBMFZSHwfN5tCmoE9j--7" parent="1" style="shape=cube;whiteSpace=wrap;html=1;boundedLbl=1;backgroundOutline=1;darkOpacity=0.05;darkOpacity2=0.1;" value="wordpress" vertex="1">
+           <mxGeometry height="80" width="120" x="230" y="8240" as="geometry" />
+         </mxCell>
+         <mxCell id="aLBMFZSHwfN5tCmoE9j--8" parent="1" style="shape=cube;whiteSpace=wrap;html=1;boundedLbl=1;backgroundOutline=1;darkOpacity=0.05;darkOpacity2=0.1;" value="wordpress-db&lt;br&gt;DBMS mysql" vertex="1">
+           <mxGeometry height="80" width="120" x="460" y="8240" as="geometry" />
+         </mxCell>
+         <mxCell id="aLBMFZSHwfN5tCmoE9j--9" edge="1" parent="1" source="aLBMFZSHwfN5tCmoE9j--7" style="edgeStyle=orthogonalEdgeStyle;rounded=0;orthogonalLoop=1;jettySize=auto;html=1;entryX=-0.015;entryY=0.51;entryDx=0;entryDy=0;entryPerimeter=0;" target="aLBMFZSHwfN5tCmoE9j--8">
+           <mxGeometry relative="1" as="geometry" />
+         </mxCell>
+         <mxCell id="aLBMFZSHwfN5tCmoE9j--10" edge="1" parent="1" source="aLBMFZSHwfN5tCmoE9j--8" style="edgeStyle=orthogonalEdgeStyle;rounded=0;orthogonalLoop=1;jettySize=auto;html=1;entryX=0.487;entryY=1.023;entryDx=0;entryDy=0;entryPerimeter=0;" target="aLBMFZSHwfN5tCmoE9j--3">
+           <mxGeometry relative="1" as="geometry" />
+         </mxCell>
+         <mxCell id="aLBMFZSHwfN5tCmoE9j--11" parent="1" style="rounded=0;whiteSpace=wrap;html=1;" value="" vertex="1">
+           <mxGeometry height="300" width="187" x="285" y="8500" as="geometry" />
+         </mxCell>
+         <mxCell id="aLBMFZSHwfN5tCmoE9j--12" parent="1" style="text;html=1;whiteSpace=wrap;strokeColor=none;fillColor=none;align=center;verticalAlign=middle;rounded=0;" value="build" vertex="1">
+           <mxGeometry height="30" width="60" x="325" y="8460" as="geometry" />
+         </mxCell>
+         <mxCell id="aLBMFZSHwfN5tCmoE9j--13" parent="1" style="rounded=0;whiteSpace=wrap;html=1;" value="" vertex="1">
+           <mxGeometry height="300" width="167" x="489" y="8500" as="geometry" />
+         </mxCell>
+         <mxCell id="aLBMFZSHwfN5tCmoE9j--14" parent="1" style="text;html=1;whiteSpace=wrap;strokeColor=none;fillColor=none;align=center;verticalAlign=middle;rounded=0;" value="run" vertex="1">
+           <mxGeometry height="30" width="60" x="523.5" y="8460" as="geometry" />
+         </mxCell>
+         <mxCell id="aLBMFZSHwfN5tCmoE9j--24" edge="1" parent="1" source="aLBMFZSHwfN5tCmoE9j--15" style="edgeStyle=orthogonalEdgeStyle;rounded=0;orthogonalLoop=1;jettySize=auto;html=1;" target="aLBMFZSHwfN5tCmoE9j--23">
+           <mxGeometry relative="1" as="geometry">
+             <Array as="points">
+               <mxPoint x="350" y="8690" />
+             </Array>
+           </mxGeometry>
+         </mxCell>
+         <mxCell id="aLBMFZSHwfN5tCmoE9j--15" parent="1" style="image;aspect=fixed;perimeter=ellipsePerimeter;html=1;align=center;shadow=0;dashed=0;spacingTop=3;image=img/lib/active_directory/folder_open.svg;" value="src" vertex="1">
+           <mxGeometry height="50" width="46" x="324" y="8520" as="geometry" />
+         </mxCell>
+         <mxCell id="aLBMFZSHwfN5tCmoE9j--16" parent="1" style="sketch=0;html=1;pointerEvents=1;dashed=0;fillColor=#036897;strokeColor=#ffffff;strokeWidth=2;verticalLabelPosition=bottom;verticalAlign=top;align=center;outlineConnect=0;shape=mxgraph.cisco.computers_and_peripherals.pc;" value="" vertex="1">
+           <mxGeometry height="70" width="78" x="107" y="8440" as="geometry" />
+         </mxCell>
+         <mxCell id="aLBMFZSHwfN5tCmoE9j--18" edge="1" parent="1" source="aLBMFZSHwfN5tCmoE9j--17" style="edgeStyle=orthogonalEdgeStyle;rounded=0;orthogonalLoop=1;jettySize=auto;html=1;" target="aLBMFZSHwfN5tCmoE9j--15">
+           <mxGeometry relative="1" as="geometry" />
+         </mxCell>
+         <mxCell id="aLBMFZSHwfN5tCmoE9j--17" parent="1" style="shape=note;whiteSpace=wrap;html=1;backgroundOutline=1;darkOpacity=0.05;" value=".csproj" vertex="1">
+           <mxGeometry height="100" width="80" x="115" y="8550" as="geometry" />
+         </mxCell>
+         <mxCell id="aLBMFZSHwfN5tCmoE9j--23" parent="1" style="image;aspect=fixed;perimeter=ellipsePerimeter;html=1;align=center;shadow=0;dashed=0;spacingTop=3;image=img/lib/active_directory/folder_open.svg;" value="export" vertex="1">
+           <mxGeometry height="50" width="46" x="374" y="8660" as="geometry" />
+         </mxCell>
+         <mxCell id="aLBMFZSHwfN5tCmoE9j--26" parent="1" style="image;aspect=fixed;perimeter=ellipsePerimeter;html=1;align=center;shadow=0;dashed=0;spacingTop=3;image=img/lib/active_directory/database_cube.svg;" value="" vertex="1">
+           <mxGeometry height="50" width="45" x="415" y="8743" as="geometry" />
+         </mxCell>
+         <mxCell id="aLBMFZSHwfN5tCmoE9j--27" edge="1" parent="1" source="aLBMFZSHwfN5tCmoE9j--23" style="edgeStyle=orthogonalEdgeStyle;rounded=0;orthogonalLoop=1;jettySize=auto;html=1;entryX=-0.011;entryY=0.542;entryDx=0;entryDy=0;entryPerimeter=0;" target="aLBMFZSHwfN5tCmoE9j--26">
+           <mxGeometry relative="1" as="geometry" />
+         </mxCell>
+         <mxCell id="aLBMFZSHwfN5tCmoE9j--29" parent="1" style="image;aspect=fixed;perimeter=ellipsePerimeter;html=1;align=center;shadow=0;dashed=0;spacingTop=3;image=img/lib/active_directory/folder_open.svg;" value="app" vertex="1">
+           <mxGeometry height="50" width="46" x="524" y="8530" as="geometry" />
+         </mxCell>
      </root>
    </mxGraphModel>
  </diagram>
</mxfile>
